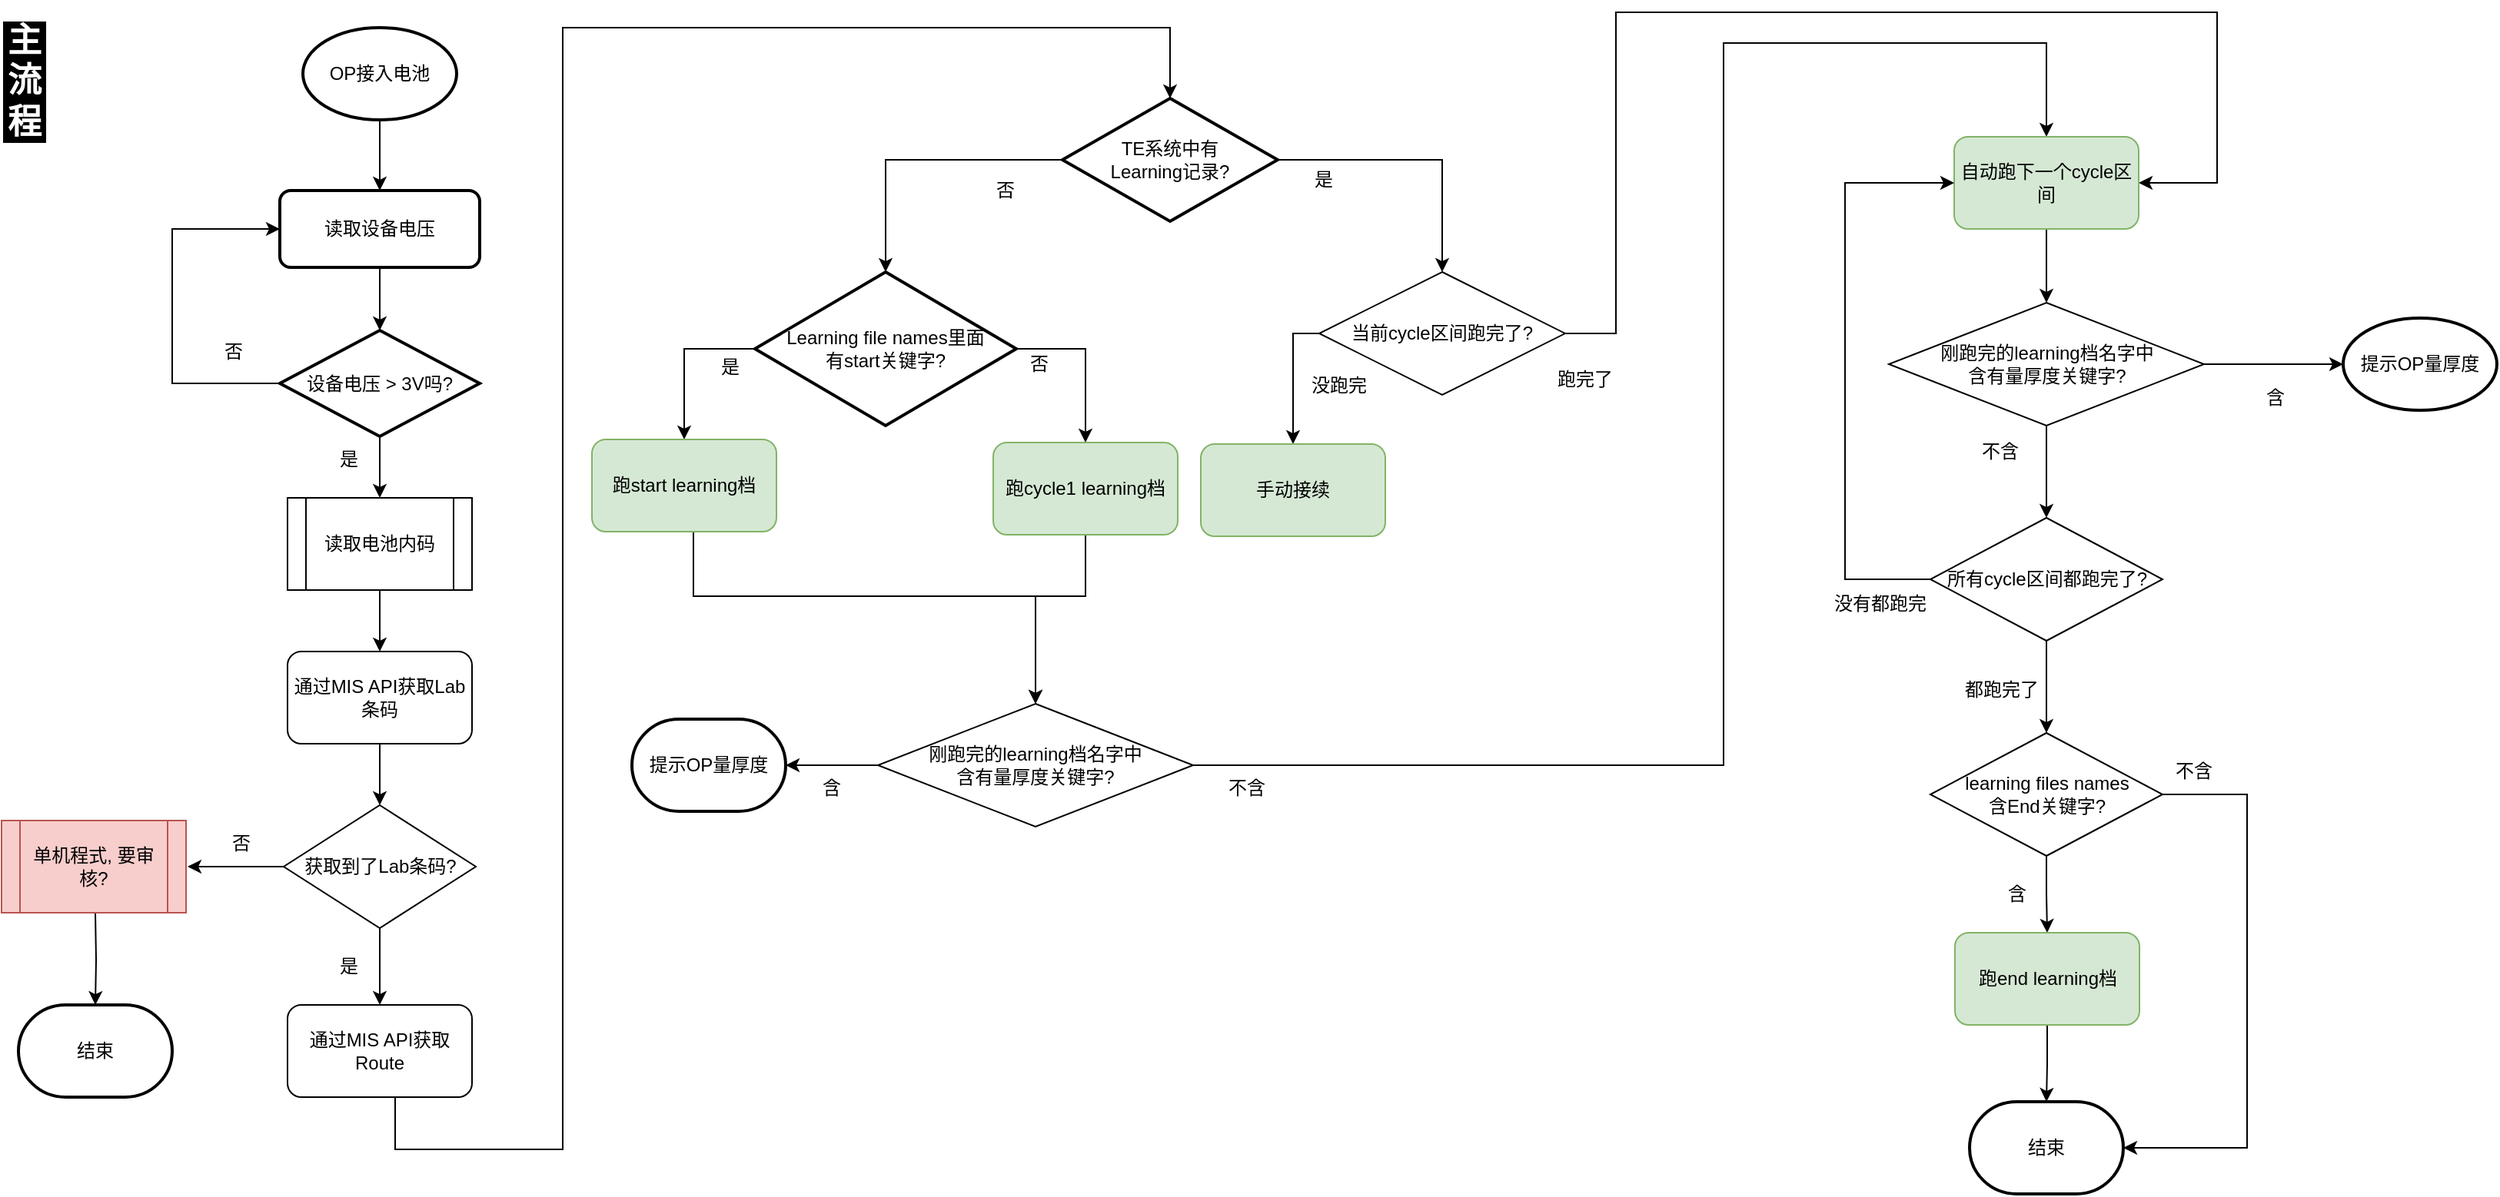
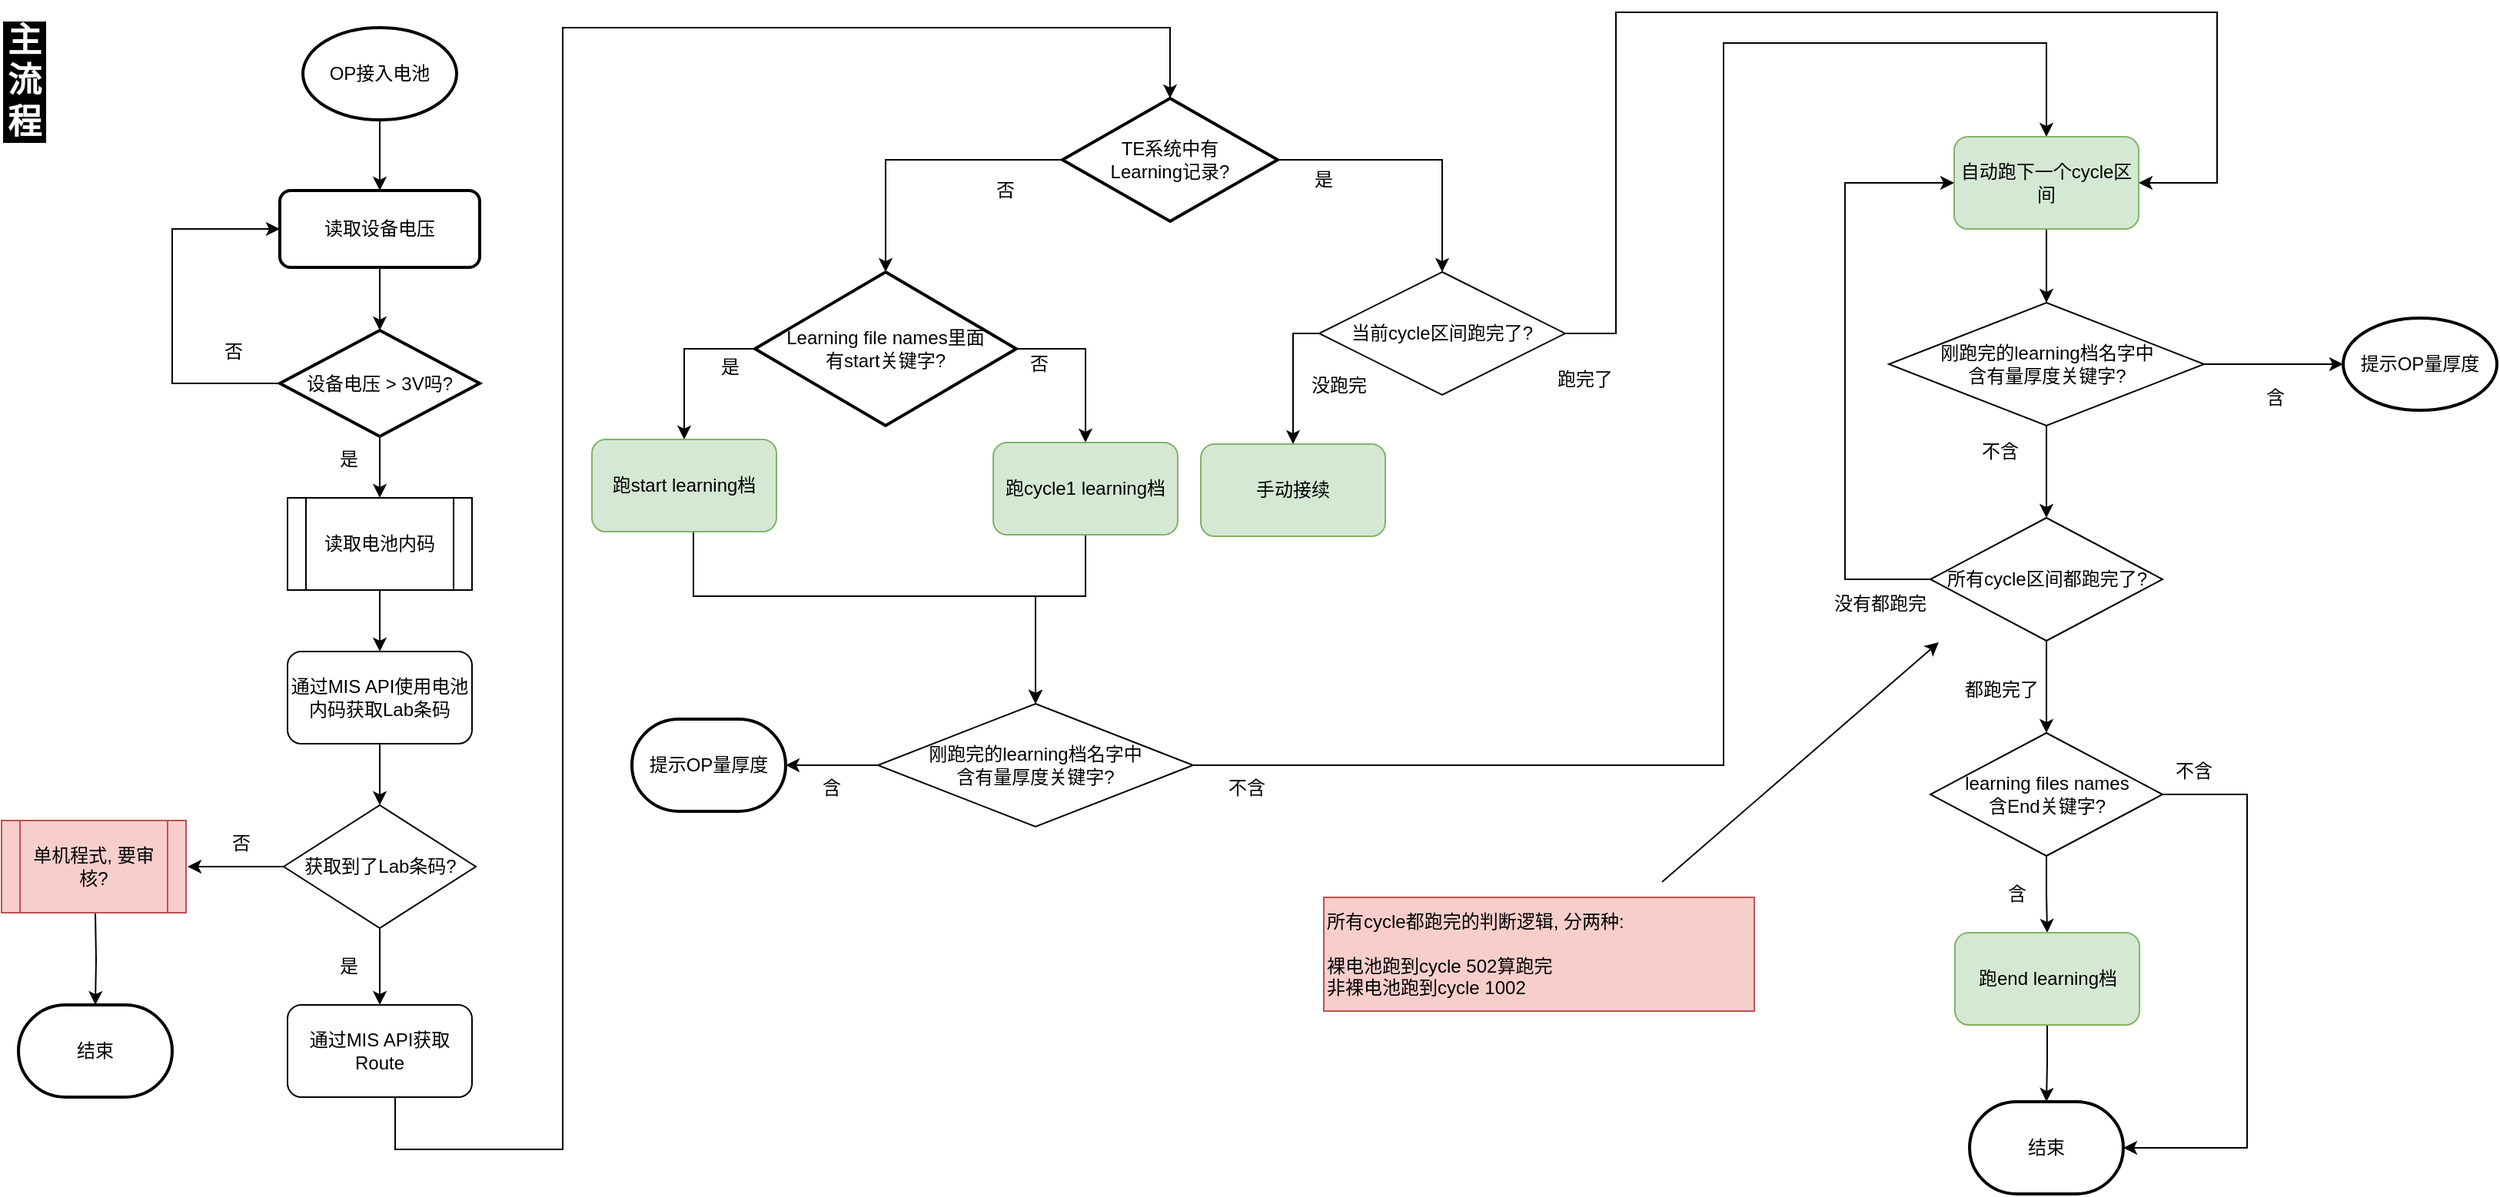
<mxfile host="app.diagrams.net" pages="3">
  <diagram name="主流程" id="3HldnIOuQtLrwHUO-1mN">
    <mxGraphModel dx="1384" dy="813" grid="1" gridSize="10" guides="1" tooltips="1" connect="1" arrows="1" fold="1" page="1" pageScale="1" pageWidth="1654" pageHeight="1169" background="#FFFFFF" math="0" shadow="0">
      <root>
        <mxCell id="0" />
        <mxCell id="1" parent="0" />
        <mxCell id="qRa3hty1LtdxE0hFs_0w-8" edge="1" parent="1" source="qRa3hty1LtdxE0hFs_0w-4" style="edgeStyle=orthogonalEdgeStyle;rounded=0;orthogonalLoop=1;jettySize=auto;html=1;" target="qRa3hty1LtdxE0hFs_0w-6" value="">
          <mxGeometry relative="1" as="geometry" />
        </mxCell>
        <mxCell id="qRa3hty1LtdxE0hFs_0w-4" parent="1" style="strokeWidth=2;html=1;shape=mxgraph.flowchart.start_1;whiteSpace=wrap;" value="OP接入电池" vertex="1">
          <mxGeometry height="60" width="100" x="216" y="20" as="geometry" />
        </mxCell>
        <mxCell id="qRa3hty1LtdxE0hFs_0w-9" edge="1" parent="1" source="qRa3hty1LtdxE0hFs_0w-6" style="edgeStyle=orthogonalEdgeStyle;rounded=0;orthogonalLoop=1;jettySize=auto;html=1;" target="qRa3hty1LtdxE0hFs_0w-7" value="">
          <mxGeometry relative="1" as="geometry" />
        </mxCell>
        <mxCell id="qRa3hty1LtdxE0hFs_0w-6" parent="1" style="rounded=1;whiteSpace=wrap;html=1;absoluteArcSize=1;arcSize=14;strokeWidth=2;" value="读取设备电压" vertex="1">
          <mxGeometry height="50" width="130" x="201" y="126" as="geometry" />
        </mxCell>
        <mxCell id="qRa3hty1LtdxE0hFs_0w-14" edge="1" parent="1" source="qRa3hty1LtdxE0hFs_0w-7" style="edgeStyle=orthogonalEdgeStyle;rounded=0;orthogonalLoop=1;jettySize=auto;html=1;" target="qRa3hty1LtdxE0hFs_0w-13" value="">
          <mxGeometry relative="1" as="geometry" />
        </mxCell>
        <mxCell id="qRa3hty1LtdxE0hFs_0w-25" edge="1" parent="1" source="qRa3hty1LtdxE0hFs_0w-7" style="edgeStyle=orthogonalEdgeStyle;rounded=0;orthogonalLoop=1;jettySize=auto;html=1;entryX=0;entryY=0.5;entryDx=0;entryDy=0;" target="qRa3hty1LtdxE0hFs_0w-6">
          <mxGeometry relative="1" as="geometry">
            <Array as="points">
              <mxPoint x="131" y="252" />
              <mxPoint x="131" y="151" />
            </Array>
            <mxPoint x="411" y="146" as="targetPoint" />
          </mxGeometry>
        </mxCell>
        <mxCell id="qRa3hty1LtdxE0hFs_0w-7" parent="1" style="strokeWidth=2;html=1;shape=mxgraph.flowchart.decision;whiteSpace=wrap;" value="设备电压 &amp;gt; 3V吗?" vertex="1">
          <mxGeometry height="69" width="130" x="201" y="217" as="geometry" />
        </mxCell>
        <mxCell id="qRa3hty1LtdxE0hFs_0w-11" parent="1" style="text;html=1;whiteSpace=wrap;strokeColor=none;fillColor=none;align=center;verticalAlign=middle;rounded=0;" value="&lt;div&gt;否&lt;/div&gt;" vertex="1">
          <mxGeometry height="30" width="60" x="141" y="216" as="geometry" />
        </mxCell>
        <mxCell id="qRa3hty1LtdxE0hFs_0w-12" parent="1" style="text;html=1;whiteSpace=wrap;strokeColor=none;fillColor=none;align=center;verticalAlign=middle;rounded=0;" value="&lt;div&gt;是&lt;/div&gt;" vertex="1">
          <mxGeometry height="30" width="60" x="216" y="286" as="geometry" />
        </mxCell>
        <mxCell id="qRa3hty1LtdxE0hFs_0w-16" edge="1" parent="1" source="qRa3hty1LtdxE0hFs_0w-13" style="edgeStyle=orthogonalEdgeStyle;rounded=0;orthogonalLoop=1;jettySize=auto;html=1;" target="qRa3hty1LtdxE0hFs_0w-15" value="">
          <mxGeometry relative="1" as="geometry" />
        </mxCell>
        <mxCell id="qRa3hty1LtdxE0hFs_0w-13" parent="1" style="shape=process;whiteSpace=wrap;html=1;backgroundOutline=1;" value="读取电池内码" vertex="1">
          <mxGeometry height="60" width="120" x="206" y="326" as="geometry" />
        </mxCell>
        <mxCell id="qRa3hty1LtdxE0hFs_0w-20" edge="1" parent="1" source="qRa3hty1LtdxE0hFs_0w-15" style="edgeStyle=orthogonalEdgeStyle;rounded=0;orthogonalLoop=1;jettySize=auto;html=1;" target="qRa3hty1LtdxE0hFs_0w-19" value="">
          <mxGeometry relative="1" as="geometry" />
        </mxCell>
-         <mxCell id="qRa3hty1LtdxE0hFs_0w-15" parent="1" style="rounded=1;whiteSpace=wrap;html=1;" value="通过MIS API获取Lab条码" vertex="1">
+         <mxCell id="qRa3hty1LtdxE0hFs_0w-15" parent="1" style="rounded=1;whiteSpace=wrap;html=1;" value="通过MIS API使用电池内码获取Lab条码" vertex="1">
          <mxGeometry height="60" width="120" x="206" y="426" as="geometry" />
        </mxCell>
        <mxCell id="qRa3hty1LtdxE0hFs_0w-31" edge="1" parent="1" style="edgeStyle=orthogonalEdgeStyle;rounded=0;orthogonalLoop=1;jettySize=auto;html=1;entryX=0.5;entryY=0;entryDx=0;entryDy=0;entryPerimeter=0;strokeWidth=1;" target="qRa3hty1LtdxE0hFs_0w-30" value="">
          <mxGeometry relative="1" as="geometry">
            <Array as="points">
              <mxPoint x="276" y="750" />
              <mxPoint x="385" y="750" />
              <mxPoint x="385" y="20" />
              <mxPoint x="780" y="20" />
-               <mxPoint x="780" y="59" />
            </Array>
            <mxPoint x="276" y="716" as="sourcePoint" />
            <mxPoint x="793" y="59" as="targetPoint" />
          </mxGeometry>
        </mxCell>
        <mxCell id="qRa3hty1LtdxE0hFs_0w-17" parent="1" style="rounded=1;whiteSpace=wrap;html=1;" value="通过MIS API获取Route" vertex="1">
          <mxGeometry height="60" width="120" x="206" y="656" as="geometry" />
        </mxCell>
        <mxCell id="qRa3hty1LtdxE0hFs_0w-21" edge="1" parent="1" source="qRa3hty1LtdxE0hFs_0w-19" style="edgeStyle=orthogonalEdgeStyle;rounded=0;orthogonalLoop=1;jettySize=auto;html=1;" target="qRa3hty1LtdxE0hFs_0w-17" value="">
          <mxGeometry relative="1" as="geometry" />
        </mxCell>
        <mxCell id="qRa3hty1LtdxE0hFs_0w-27" edge="1" parent="1" source="qRa3hty1LtdxE0hFs_0w-19" style="edgeStyle=orthogonalEdgeStyle;rounded=0;orthogonalLoop=1;jettySize=auto;html=1;" value="">
          <mxGeometry relative="1" as="geometry">
            <mxPoint x="141" y="566" as="targetPoint" />
          </mxGeometry>
        </mxCell>
        <mxCell id="qRa3hty1LtdxE0hFs_0w-19" parent="1" style="rhombus;whiteSpace=wrap;html=1;" value="获取到了Lab条码?" vertex="1">
          <mxGeometry height="80" width="125" x="203.5" y="526" as="geometry" />
        </mxCell>
        <mxCell id="qRa3hty1LtdxE0hFs_0w-22" parent="1" style="text;html=1;whiteSpace=wrap;strokeColor=none;fillColor=none;align=center;verticalAlign=middle;rounded=0;" value="是" vertex="1">
          <mxGeometry height="30" width="60" x="216" y="616" as="geometry" />
        </mxCell>
        <mxCell id="qRa3hty1LtdxE0hFs_0w-29" edge="1" parent="1" style="edgeStyle=orthogonalEdgeStyle;rounded=0;orthogonalLoop=1;jettySize=auto;html=1;" target="qRa3hty1LtdxE0hFs_0w-28" value="">
          <mxGeometry relative="1" as="geometry">
            <mxPoint x="81" y="596" as="sourcePoint" />
          </mxGeometry>
        </mxCell>
        <mxCell id="qRa3hty1LtdxE0hFs_0w-26" parent="1" style="shape=process;whiteSpace=wrap;html=1;backgroundOutline=1;fillColor=#f8cecc;strokeColor=#b85450;" value="单机程式, 要审核?" vertex="1">
          <mxGeometry height="60" width="120" x="20" y="536" as="geometry" />
        </mxCell>
        <mxCell id="qRa3hty1LtdxE0hFs_0w-28" parent="1" style="strokeWidth=2;html=1;shape=mxgraph.flowchart.terminator;whiteSpace=wrap;" value="结束" vertex="1">
          <mxGeometry height="60" width="100" x="31" y="656" as="geometry" />
        </mxCell>
        <mxCell id="qRa3hty1LtdxE0hFs_0w-34" edge="1" parent="1" source="qRa3hty1LtdxE0hFs_0w-30" style="edgeStyle=orthogonalEdgeStyle;rounded=0;orthogonalLoop=1;jettySize=auto;html=1;exitX=0;exitY=0.5;exitDx=0;exitDy=0;exitPerimeter=0;" target="qRa3hty1LtdxE0hFs_0w-33" value="">
          <mxGeometry relative="1" as="geometry">
            <mxPoint x="595" y="129" as="sourcePoint" />
          </mxGeometry>
        </mxCell>
        <mxCell id="qRa3hty1LtdxE0hFs_0w-38" edge="1" parent="1" source="qRa3hty1LtdxE0hFs_0w-30" style="edgeStyle=orthogonalEdgeStyle;rounded=0;orthogonalLoop=1;jettySize=auto;html=1;" target="qRa3hty1LtdxE0hFs_0w-37" value="">
          <mxGeometry relative="1" as="geometry" />
        </mxCell>
        <mxCell id="qRa3hty1LtdxE0hFs_0w-30" parent="1" style="strokeWidth=2;html=1;shape=mxgraph.flowchart.decision;whiteSpace=wrap;" value="&lt;div&gt;TE系统中有&lt;/div&gt;&lt;div&gt;Learning记录?&lt;/div&gt;" vertex="1">
          <mxGeometry height="80" width="140" x="710" y="66" as="geometry" />
        </mxCell>
        <mxCell id="qRa3hty1LtdxE0hFs_0w-67" edge="1" parent="1" source="qRa3hty1LtdxE0hFs_0w-33" style="edgeStyle=orthogonalEdgeStyle;rounded=0;orthogonalLoop=1;jettySize=auto;html=1;entryX=0.5;entryY=0;entryDx=0;entryDy=0;exitX=1;exitY=0.5;exitDx=0;exitDy=0;exitPerimeter=0;" target="qRa3hty1LtdxE0hFs_0w-66">
          <mxGeometry relative="1" as="geometry" />
        </mxCell>
        <mxCell id="PsBZDfwHha2lWDHOalyY-45" edge="1" parent="1" source="qRa3hty1LtdxE0hFs_0w-33" style="edgeStyle=orthogonalEdgeStyle;rounded=0;orthogonalLoop=1;jettySize=auto;html=1;entryX=0.5;entryY=0;entryDx=0;entryDy=0;" target="qRa3hty1LtdxE0hFs_0w-44">
          <mxGeometry relative="1" as="geometry">
            <Array as="points">
              <mxPoint x="464" y="229" />
            </Array>
          </mxGeometry>
        </mxCell>
        <mxCell id="qRa3hty1LtdxE0hFs_0w-33" parent="1" style="strokeWidth=2;html=1;shape=mxgraph.flowchart.decision;whiteSpace=wrap;" value="&lt;div&gt;Learning file names里面&lt;/div&gt;&lt;div&gt;有start关键字?&lt;/div&gt;" vertex="1">
          <mxGeometry height="100" width="170" x="510" y="179" as="geometry" />
        </mxCell>
        <mxCell id="qRa3hty1LtdxE0hFs_0w-35" parent="1" style="text;html=1;whiteSpace=wrap;strokeColor=none;fillColor=none;align=center;verticalAlign=middle;rounded=0;" value="否" vertex="1">
          <mxGeometry height="30" width="60" x="642.5" y="111" as="geometry" />
        </mxCell>
        <mxCell id="qRa3hty1LtdxE0hFs_0w-36" parent="1" style="text;html=1;whiteSpace=wrap;strokeColor=none;fillColor=none;align=center;verticalAlign=middle;rounded=0;" value="是" vertex="1">
          <mxGeometry height="30" width="60" x="850" y="104" as="geometry" />
        </mxCell>
        <mxCell id="qRa3hty1LtdxE0hFs_0w-40" edge="1" parent="1" source="qRa3hty1LtdxE0hFs_0w-37" style="edgeStyle=orthogonalEdgeStyle;rounded=0;orthogonalLoop=1;jettySize=auto;html=1;" target="qRa3hty1LtdxE0hFs_0w-39" value="">
          <mxGeometry relative="1" as="geometry">
            <Array as="points">
              <mxPoint x="860" y="219" />
            </Array>
          </mxGeometry>
        </mxCell>
        <mxCell id="PsBZDfwHha2lWDHOalyY-44" edge="1" parent="1" source="qRa3hty1LtdxE0hFs_0w-37" style="edgeStyle=orthogonalEdgeStyle;rounded=0;orthogonalLoop=1;jettySize=auto;html=1;entryX=1;entryY=0.5;entryDx=0;entryDy=0;" target="qRa3hty1LtdxE0hFs_0w-55">
          <mxGeometry relative="1" as="geometry">
            <Array as="points">
              <mxPoint x="1070" y="219" />
              <mxPoint x="1070" y="10" />
              <mxPoint x="1461" y="10" />
              <mxPoint x="1461" y="121" />
            </Array>
          </mxGeometry>
        </mxCell>
        <mxCell id="qRa3hty1LtdxE0hFs_0w-37" parent="1" style="rhombus;whiteSpace=wrap;html=1;" value="当前cycle区间跑完了?" vertex="1">
          <mxGeometry height="80" width="160" x="877" y="179" as="geometry" />
        </mxCell>
        <mxCell id="qRa3hty1LtdxE0hFs_0w-39" parent="1" style="rounded=1;whiteSpace=wrap;html=1;fillColor=#d5e8d4;strokeColor=#82b366;" value="手动接续" vertex="1">
          <mxGeometry height="60" width="120" x="800" y="291" as="geometry" />
        </mxCell>
        <mxCell id="qRa3hty1LtdxE0hFs_0w-41" parent="1" style="text;html=1;whiteSpace=wrap;strokeColor=none;fillColor=none;align=center;verticalAlign=middle;rounded=0;" value="没跑完" vertex="1">
          <mxGeometry height="30" width="60" x="860" y="238" as="geometry" />
        </mxCell>
        <mxCell id="qRa3hty1LtdxE0hFs_0w-71" edge="1" parent="1" source="qRa3hty1LtdxE0hFs_0w-44" style="edgeStyle=orthogonalEdgeStyle;rounded=0;orthogonalLoop=1;jettySize=auto;html=1;entryX=0.5;entryY=0;entryDx=0;entryDy=0;exitX=0.5;exitY=1;exitDx=0;exitDy=0;" target="qRa3hty1LtdxE0hFs_0w-49">
          <mxGeometry relative="1" as="geometry">
            <Array as="points">
              <mxPoint x="470" y="390" />
              <mxPoint x="692" y="390" />
            </Array>
          </mxGeometry>
        </mxCell>
        <mxCell id="qRa3hty1LtdxE0hFs_0w-44" parent="1" style="rounded=1;whiteSpace=wrap;html=1;fillColor=#d5e8d4;strokeColor=#82b366;" value="跑start learning档" vertex="1">
          <mxGeometry height="60" width="120" x="404" y="288" as="geometry" />
        </mxCell>
        <mxCell id="qRa3hty1LtdxE0hFs_0w-46" parent="1" style="text;html=1;whiteSpace=wrap;strokeColor=none;fillColor=none;align=center;verticalAlign=middle;rounded=0;" value="是" vertex="1">
          <mxGeometry height="30" width="60" x="464" y="226" as="geometry" />
        </mxCell>
        <mxCell id="qRa3hty1LtdxE0hFs_0w-129" edge="1" parent="1" source="qRa3hty1LtdxE0hFs_0w-49" style="edgeStyle=orthogonalEdgeStyle;rounded=0;orthogonalLoop=1;jettySize=auto;html=1;entryX=0.5;entryY=0;entryDx=0;entryDy=0;strokeWidth=1;exitX=1;exitY=0.5;exitDx=0;exitDy=0;" target="qRa3hty1LtdxE0hFs_0w-55">
          <mxGeometry relative="1" as="geometry">
            <Array as="points">
              <mxPoint x="1140" y="500" />
              <mxPoint x="1140" y="30" />
              <mxPoint x="1350" y="30" />
            </Array>
            <mxPoint x="800" y="500" as="sourcePoint" />
          </mxGeometry>
        </mxCell>
        <mxCell id="PsBZDfwHha2lWDHOalyY-38" edge="1" parent="1" source="qRa3hty1LtdxE0hFs_0w-49" style="edgeStyle=orthogonalEdgeStyle;rounded=0;orthogonalLoop=1;jettySize=auto;html=1;" target="PsBZDfwHha2lWDHOalyY-37" value="">
          <mxGeometry relative="1" as="geometry" />
        </mxCell>
        <mxCell id="qRa3hty1LtdxE0hFs_0w-49" parent="1" style="rhombus;whiteSpace=wrap;html=1;" value="&lt;div&gt;刚跑完的learning档名字中&lt;/div&gt;&lt;div&gt;含有量厚度关键字?&lt;/div&gt;" vertex="1">
          <mxGeometry height="80" width="205" x="590" y="460" as="geometry" />
        </mxCell>
        <mxCell id="qRa3hty1LtdxE0hFs_0w-53" parent="1" style="text;html=1;whiteSpace=wrap;strokeColor=none;fillColor=none;align=center;verticalAlign=middle;rounded=0;" value="&lt;div&gt;含&lt;/div&gt;" vertex="1">
          <mxGeometry height="30" width="60" x="530" y="500" as="geometry" />
        </mxCell>
        <mxCell id="qRa3hty1LtdxE0hFs_0w-130" edge="1" parent="1" source="qRa3hty1LtdxE0hFs_0w-55" style="edgeStyle=orthogonalEdgeStyle;rounded=0;orthogonalLoop=1;jettySize=auto;html=1;" target="qRa3hty1LtdxE0hFs_0w-88" value="">
          <mxGeometry relative="1" as="geometry" />
        </mxCell>
        <mxCell id="qRa3hty1LtdxE0hFs_0w-55" parent="1" style="rounded=1;whiteSpace=wrap;html=1;fillColor=#d5e8d4;strokeColor=#82b366;" value="自动跑下一个cycle区间" vertex="1">
          <mxGeometry height="60" width="120" x="1290" y="91" as="geometry" />
        </mxCell>
        <mxCell id="qRa3hty1LtdxE0hFs_0w-57" parent="1" style="text;html=1;whiteSpace=wrap;strokeColor=none;fillColor=none;align=center;verticalAlign=middle;rounded=0;" value="否" vertex="1">
          <mxGeometry height="30" width="60" x="146" y="536" as="geometry" />
        </mxCell>
        <mxCell id="qRa3hty1LtdxE0hFs_0w-58" parent="1" style="text;html=1;whiteSpace=wrap;strokeColor=none;fillColor=none;align=center;verticalAlign=middle;rounded=0;" value="跑完了" vertex="1">
          <mxGeometry height="30" width="60" x="1020" y="233.5" as="geometry" />
        </mxCell>
        <mxCell id="qRa3hty1LtdxE0hFs_0w-73" edge="1" parent="1" source="qRa3hty1LtdxE0hFs_0w-66" style="edgeStyle=orthogonalEdgeStyle;rounded=0;orthogonalLoop=1;jettySize=auto;html=1;entryX=0.5;entryY=0;entryDx=0;entryDy=0;exitX=0.5;exitY=1;exitDx=0;exitDy=0;" target="qRa3hty1LtdxE0hFs_0w-49">
          <mxGeometry relative="1" as="geometry">
            <Array as="points">
              <mxPoint x="725" y="390" />
              <mxPoint x="692" y="390" />
            </Array>
          </mxGeometry>
        </mxCell>
        <mxCell id="qRa3hty1LtdxE0hFs_0w-66" parent="1" style="rounded=1;whiteSpace=wrap;html=1;fillColor=#d5e8d4;strokeColor=#82b366;" value="跑cycle1 learning档" vertex="1">
          <mxGeometry height="60" width="120" x="665" y="290" as="geometry" />
        </mxCell>
        <mxCell id="qRa3hty1LtdxE0hFs_0w-68" parent="1" style="text;html=1;whiteSpace=wrap;strokeColor=none;fillColor=none;align=center;verticalAlign=middle;rounded=0;" value="否" vertex="1">
          <mxGeometry height="30" width="60" x="665" y="224" as="geometry" />
        </mxCell>
        <mxCell id="qRa3hty1LtdxE0hFs_0w-75" parent="1" style="text;html=1;whiteSpace=wrap;strokeColor=none;fillColor=none;align=center;verticalAlign=middle;rounded=0;" value="不含" vertex="1">
          <mxGeometry height="30" width="60" x="800" y="500" as="geometry" />
        </mxCell>
        <mxCell id="qRa3hty1LtdxE0hFs_0w-134" edge="1" parent="1" source="qRa3hty1LtdxE0hFs_0w-88" style="edgeStyle=orthogonalEdgeStyle;rounded=0;orthogonalLoop=1;jettySize=auto;html=1;" target="qRa3hty1LtdxE0hFs_0w-107" value="">
          <mxGeometry relative="1" as="geometry" />
        </mxCell>
        <mxCell id="PsBZDfwHha2lWDHOalyY-47" edge="1" parent="1" source="qRa3hty1LtdxE0hFs_0w-88" style="edgeStyle=orthogonalEdgeStyle;rounded=0;orthogonalLoop=1;jettySize=auto;html=1;" target="qRa3hty1LtdxE0hFs_0w-103" value="">
          <mxGeometry relative="1" as="geometry" />
        </mxCell>
        <mxCell id="qRa3hty1LtdxE0hFs_0w-88" parent="1" style="rhombus;whiteSpace=wrap;html=1;" value="&lt;div&gt;刚跑完的learning档名字中&lt;/div&gt;&lt;div&gt;含有量厚度关键字?&lt;/div&gt;" vertex="1">
          <mxGeometry height="80" width="205" x="1247.5" y="199" as="geometry" />
        </mxCell>
        <mxCell id="qRa3hty1LtdxE0hFs_0w-93" parent="1" style="text;html=1;whiteSpace=wrap;strokeColor=none;fillColor=none;align=center;verticalAlign=middle;rounded=0;" value="含" vertex="1">
          <mxGeometry height="30" width="60" x="1469" y="246" as="geometry" />
        </mxCell>
        <mxCell id="qRa3hty1LtdxE0hFs_0w-95" parent="1" style="text;html=1;whiteSpace=wrap;strokeColor=none;fillColor=none;align=center;verticalAlign=middle;rounded=0;" value="不含" vertex="1">
          <mxGeometry height="30" width="60" x="1290" y="281" as="geometry" />
        </mxCell>
        <mxCell id="qRa3hty1LtdxE0hFs_0w-103" parent="1" style="strokeWidth=2;html=1;shape=mxgraph.flowchart.start_1;whiteSpace=wrap;" value="&lt;div&gt;提示OP量厚度&lt;/div&gt;" vertex="1">
          <mxGeometry height="60" width="100" x="1543" y="209" as="geometry" />
        </mxCell>
        <mxCell id="qRa3hty1LtdxE0hFs_0w-118" edge="1" parent="1" source="qRa3hty1LtdxE0hFs_0w-107" style="edgeStyle=orthogonalEdgeStyle;rounded=0;orthogonalLoop=1;jettySize=auto;html=1;" target="qRa3hty1LtdxE0hFs_0w-117" value="">
          <mxGeometry relative="1" as="geometry" />
        </mxCell>
        <mxCell id="PsBZDfwHha2lWDHOalyY-42" edge="1" parent="1" source="qRa3hty1LtdxE0hFs_0w-107" style="edgeStyle=orthogonalEdgeStyle;rounded=0;orthogonalLoop=1;jettySize=auto;html=1;entryX=0;entryY=0.5;entryDx=0;entryDy=0;" target="qRa3hty1LtdxE0hFs_0w-55">
          <mxGeometry relative="1" as="geometry">
            <Array as="points">
              <mxPoint x="1219" y="379" />
              <mxPoint x="1219" y="121" />
            </Array>
          </mxGeometry>
        </mxCell>
        <mxCell id="qRa3hty1LtdxE0hFs_0w-107" parent="1" style="rhombus;whiteSpace=wrap;html=1;" value="所有cycle区间都跑完了?" vertex="1">
          <mxGeometry height="80" width="151" x="1274.5" y="339" as="geometry" />
        </mxCell>
        <mxCell id="qRa3hty1LtdxE0hFs_0w-111" parent="1" style="text;html=1;whiteSpace=wrap;strokeColor=none;fillColor=none;align=center;verticalAlign=middle;rounded=0;" value="没有都跑完" vertex="1">
          <mxGeometry height="30" width="65.5" x="1209" y="380" as="geometry" />
        </mxCell>
        <mxCell id="qRa3hty1LtdxE0hFs_0w-112" parent="1" style="strokeWidth=2;html=1;shape=mxgraph.flowchart.terminator;whiteSpace=wrap;" value="结束" vertex="1">
          <mxGeometry height="60" width="100" x="1300" y="719" as="geometry" />
        </mxCell>
        <mxCell id="qRa3hty1LtdxE0hFs_0w-114" parent="1" style="text;html=1;whiteSpace=wrap;strokeColor=none;fillColor=none;align=center;verticalAlign=middle;rounded=0;" value="都跑完了" vertex="1">
          <mxGeometry height="30" width="60" x="1291" y="436" as="geometry" />
        </mxCell>
        <mxCell id="qRa3hty1LtdxE0hFs_0w-122" edge="1" parent="1" source="qRa3hty1LtdxE0hFs_0w-117" style="edgeStyle=orthogonalEdgeStyle;rounded=0;orthogonalLoop=1;jettySize=auto;html=1;" target="qRa3hty1LtdxE0hFs_0w-120" value="">
          <mxGeometry relative="1" as="geometry" />
        </mxCell>
        <mxCell id="qRa3hty1LtdxE0hFs_0w-117" parent="1" style="rhombus;whiteSpace=wrap;html=1;" value="&lt;div&gt;learning files names&lt;/div&gt;&lt;div&gt;含End关键字?&lt;/div&gt;" vertex="1">
          <mxGeometry height="80" width="151" x="1274.5" y="479" as="geometry" />
        </mxCell>
        <mxCell id="qRa3hty1LtdxE0hFs_0w-121" edge="1" parent="1" source="qRa3hty1LtdxE0hFs_0w-120" style="edgeStyle=orthogonalEdgeStyle;rounded=0;orthogonalLoop=1;jettySize=auto;html=1;" target="qRa3hty1LtdxE0hFs_0w-112" value="">
          <mxGeometry relative="1" as="geometry" />
        </mxCell>
        <mxCell id="qRa3hty1LtdxE0hFs_0w-120" parent="1" style="rounded=1;whiteSpace=wrap;html=1;fillColor=#d5e8d4;strokeColor=#82b366;" value="跑end learning档" vertex="1">
          <mxGeometry height="60" width="120" x="1290.5" y="609" as="geometry" />
        </mxCell>
        <mxCell id="qRa3hty1LtdxE0hFs_0w-123" parent="1" style="text;html=1;whiteSpace=wrap;strokeColor=none;fillColor=none;align=center;verticalAlign=middle;rounded=0;" value="含" vertex="1">
          <mxGeometry height="30" width="60" x="1300.5" y="569" as="geometry" />
        </mxCell>
        <mxCell id="qRa3hty1LtdxE0hFs_0w-124" edge="1" parent="1" source="qRa3hty1LtdxE0hFs_0w-117" style="edgeStyle=orthogonalEdgeStyle;rounded=0;orthogonalLoop=1;jettySize=auto;html=1;entryX=1;entryY=0.5;entryDx=0;entryDy=0;entryPerimeter=0;" target="qRa3hty1LtdxE0hFs_0w-112">
          <mxGeometry relative="1" as="geometry">
            <Array as="points">
              <mxPoint x="1480.5" y="519" />
              <mxPoint x="1480.5" y="749" />
            </Array>
          </mxGeometry>
        </mxCell>
        <mxCell id="qRa3hty1LtdxE0hFs_0w-125" parent="1" style="text;html=1;whiteSpace=wrap;strokeColor=none;fillColor=none;align=center;verticalAlign=middle;rounded=0;" value="不含" vertex="1">
          <mxGeometry height="30" width="60" x="1415.5" y="489" as="geometry" />
        </mxCell>
        <mxCell id="PsBZDfwHha2lWDHOalyY-36" parent="1" style="text;html=1;whiteSpace=wrap;strokeColor=none;fillColor=none;align=center;verticalAlign=middle;rounded=0;fontStyle=1;fontSize=22;fontColor=light-dark(#ffffff, #ededed);strokeWidth=3;labelBackgroundColor=#000000;" value="主流程" vertex="1">
          <mxGeometry height="30" width="30" x="20" y="40" as="geometry" />
        </mxCell>
        <mxCell id="PsBZDfwHha2lWDHOalyY-37" parent="1" style="strokeWidth=2;html=1;shape=mxgraph.flowchart.terminator;whiteSpace=wrap;" value="提示OP量厚度" vertex="1">
          <mxGeometry height="60" width="100" x="430" y="470" as="geometry" />
        </mxCell>
+         <mxCell id="2eUiavWlrehDWLgpTi0H-1" parent="1" style="text;html=1;whiteSpace=wrap;strokeColor=#b85450;fillColor=#f8cecc;align=left;verticalAlign=middle;rounded=0;" value="&lt;div&gt;所有cycle都跑完的判断逻辑, 分两种:&lt;/div&gt;&lt;div&gt;&lt;br&gt;&lt;/div&gt;&lt;div&gt;裸电池跑到cycle 502算跑完&lt;/div&gt;&lt;div&gt;非裸电池跑到cycle 1002&lt;/div&gt;" vertex="1">
+           <mxGeometry height="74" width="280" x="880" y="586" as="geometry" />
+         </mxCell>
+         <mxCell id="2eUiavWlrehDWLgpTi0H-2" edge="1" parent="1" style="endArrow=classic;html=1;rounded=0;" value="">
+           <mxGeometry height="50" relative="1" width="50" as="geometry">
+             <mxPoint x="1100" y="576" as="sourcePoint" />
+             <mxPoint x="1280" y="420" as="targetPoint" />
+           </mxGeometry>
+         </mxCell>
      </root>
    </mxGraphModel>
  </diagram>
  <diagram name="读电池内码" id="XtggNMIghFGsVJKhnkbQ">
-     <mxGraphModel dx="1384" dy="813" grid="1" gridSize="10" guides="1" tooltips="1" connect="1" arrows="1" fold="1" page="1" pageScale="1" pageWidth="1169" pageHeight="827" background="#FFFFFF" math="0" shadow="0">
+     <mxGraphModel grid="1" page="1" gridSize="10" guides="1" tooltips="1" connect="1" arrows="1" fold="1" pageScale="1" pageWidth="1169" pageHeight="827" background="#FFFFFF" math="0" shadow="0">
      <root>
        <mxCell id="9dQc-XGaAXm8AKphA9NF-0" />
        <mxCell id="9dQc-XGaAXm8AKphA9NF-1" parent="9dQc-XGaAXm8AKphA9NF-0" />
        <mxCell id="9dQc-XGaAXm8AKphA9NF-71" edge="1" parent="9dQc-XGaAXm8AKphA9NF-1" source="9dQc-XGaAXm8AKphA9NF-72" style="edgeStyle=orthogonalEdgeStyle;rounded=0;orthogonalLoop=1;jettySize=auto;html=1;" target="9dQc-XGaAXm8AKphA9NF-76" value="">
          <mxGeometry relative="1" as="geometry" />
        </mxCell>
        <mxCell id="9dQc-XGaAXm8AKphA9NF-72" parent="9dQc-XGaAXm8AKphA9NF-1" style="strokeWidth=2;html=1;shape=mxgraph.flowchart.start_1;whiteSpace=wrap;" value="接入电池" vertex="1">
          <mxGeometry height="60" width="100" x="165" y="20" as="geometry" />
        </mxCell>
        <mxCell id="9dQc-XGaAXm8AKphA9NF-73" parent="9dQc-XGaAXm8AKphA9NF-1" style="text;html=1;whiteSpace=wrap;strokeColor=none;fillColor=none;align=center;verticalAlign=middle;rounded=0;fontStyle=1;strokeWidth=3;labelBackgroundColor=light-dark(#400040, #ededed);fontColor=light-dark(#ffffff, #ededed);fontSize=22;" value="读电池内码流程" vertex="1">
          <mxGeometry height="30" width="30" x="5" y="80" as="geometry" />
        </mxCell>
        <mxCell id="9dQc-XGaAXm8AKphA9NF-74" parent="9dQc-XGaAXm8AKphA9NF-1" style="text;html=1;whiteSpace=wrap;strokeColor=#d79b00;fillColor=#ffe6cc;align=left;verticalAlign=top;rounded=0;fontSize=14;labelBackgroundColor=none;" value="&lt;div&gt;&lt;b&gt;[ 0x21命令 ]&lt;/b&gt;&lt;/div&gt;&lt;div&gt;&lt;b&gt;IC Type&lt;span style=&quot;white-space: pre;&quot;&gt;&#x9;&lt;/span&gt;&lt;span style=&quot;white-space: pre;&quot;&gt;&#x9;&lt;/span&gt;SN Command&lt;span style=&quot;white-space: pre;&quot;&gt;&#x9;Device name command&lt;/span&gt;&lt;/b&gt;&lt;/div&gt;&lt;div&gt;Volchok&lt;span style=&quot;white-space: pre;&quot;&gt;&#x9;&lt;/span&gt;&lt;span style=&quot;white-space: pre;&quot;&gt;&#x9;&lt;/span&gt;block 0x91&lt;span style=&quot;white-space: pre;&quot;&gt;&#x9;&lt;/span&gt;&lt;span style=&quot;white-space: pre;&quot;&gt;&#x9;0x21返回&lt;/span&gt;Volchok&lt;/div&gt;&lt;div&gt;Veridian&lt;span style=&quot;white-space: pre;&quot;&gt;&lt;span style=&quot;white-space: pre;&quot;&gt;&#x9;&lt;/span&gt;&lt;span style=&quot;white-space: pre;&quot;&gt;&#x9;&lt;/span&gt;block 0x91&#x9;&lt;span style=&quot;white-space: pre;&quot;&gt;&#x9;&lt;/span&gt;0x21返回Veridian&lt;/span&gt;&lt;/div&gt;&lt;div&gt;BQ40Z651&lt;span style=&quot;white-space: pre;&quot;&gt;&#x9;block 0x76&lt;/span&gt;&lt;span style=&quot;white-space: pre;&quot;&gt;&#x9;&lt;span style=&quot;white-space: pre;&quot;&gt;&#x9;0x21返回&lt;/span&gt;????&lt;span style=&quot;white-space: pre;&quot;&gt;&#x9;&lt;/span&gt;&lt;span style=&quot;white-space: pre;&quot;&gt;&#x9;&lt;/span&gt;&lt;/span&gt;&lt;span style=&quot;white-space: pre;&quot;&gt;&lt;span style=&quot;white-space: pre;&quot;&gt;&lt;/span&gt;&lt;span style=&quot;white-space: pre;&quot;&gt;&#x9;&lt;/span&gt;锁码可以读device name&lt;/span&gt;&lt;/div&gt;&lt;div&gt;&lt;span style=&quot;white-space: pre;&quot;&gt;BQ20Z451&lt;span style=&quot;white-space: pre;&quot;&gt;&#x9;&lt;/span&gt;block 0x76&lt;span style=&quot;white-space: pre;&quot;&gt;&#x9;&lt;span style=&quot;white-space: pre;&quot;&gt;&#x9;&lt;/span&gt;0x21返回???&lt;span style=&quot;white-space: pre;&quot;&gt;&#x9;&lt;/span&gt;&lt;span style=&quot;white-space: pre;&quot;&gt;&#x9;&lt;/span&gt;&lt;span style=&quot;white-space: pre;&quot;&gt;&#x9;&lt;/span&gt;&lt;/span&gt;&lt;/span&gt;&lt;span style=&quot;white-space: pre;&quot;&gt;&lt;span style=&quot;white-space: pre;&quot;&gt;&lt;/span&gt;&lt;span style=&quot;white-space: pre;&quot;&gt;&#x9;&lt;/span&gt;锁码可以读device name&lt;/span&gt;&lt;/div&gt;&lt;div&gt;&lt;br&gt;&lt;/div&gt;&lt;div&gt;&lt;b&gt;[ 00 -&amp;gt; 0x0001 ]&lt;/b&gt;&lt;/div&gt;&lt;div&gt;bq27546&lt;span style=&quot;white-space: pre;&quot;&gt;&#x9;&lt;/span&gt;&lt;span style=&quot;white-space: pre;&quot;&gt;&#x9;Block B&lt;span style=&quot;white-space: pre;&quot;&gt;&#x9;&lt;/span&gt;&lt;span style=&quot;white-space: pre;&quot;&gt;&#x9;&lt;/span&gt;&lt;span style=&quot;white-space: pre;&quot;&gt;&#x9;&lt;/span&gt;0x00 0001返回0x0546&lt;span style=&quot;white-space: pre;&quot;&gt;&#x9;&lt;/span&gt;&lt;span style=&quot;white-space: pre;&quot;&gt;&#x9;&lt;/span&gt;锁码可以读device name&lt;/span&gt;&lt;/div&gt;&lt;div&gt;&lt;br&gt;&lt;/div&gt;" vertex="1">
          <mxGeometry height="174.5" width="570" x="500" y="20" as="geometry" />
        </mxCell>
        <mxCell id="9dQc-XGaAXm8AKphA9NF-75" edge="1" parent="9dQc-XGaAXm8AKphA9NF-1" source="9dQc-XGaAXm8AKphA9NF-76" style="edgeStyle=orthogonalEdgeStyle;rounded=0;orthogonalLoop=1;jettySize=auto;html=1;" target="9dQc-XGaAXm8AKphA9NF-79" value="">
          <mxGeometry relative="1" as="geometry" />
        </mxCell>
        <mxCell id="9dQc-XGaAXm8AKphA9NF-76" parent="9dQc-XGaAXm8AKphA9NF-1" style="rounded=1;whiteSpace=wrap;html=1;" value="读Block 0x21" vertex="1">
          <mxGeometry height="60" width="120" x="155" y="135" as="geometry" />
        </mxCell>
        <mxCell id="9dQc-XGaAXm8AKphA9NF-77" edge="1" parent="9dQc-XGaAXm8AKphA9NF-1" source="9dQc-XGaAXm8AKphA9NF-79" style="edgeStyle=orthogonalEdgeStyle;rounded=0;orthogonalLoop=1;jettySize=auto;html=1;" target="9dQc-XGaAXm8AKphA9NF-84" value="">
          <mxGeometry relative="1" as="geometry" />
        </mxCell>
        <mxCell id="9dQc-XGaAXm8AKphA9NF-78" edge="1" parent="9dQc-XGaAXm8AKphA9NF-1" source="9dQc-XGaAXm8AKphA9NF-79" style="edgeStyle=orthogonalEdgeStyle;rounded=0;orthogonalLoop=1;jettySize=auto;html=1;entryX=0.5;entryY=0;entryDx=0;entryDy=0;" target="9dQc-XGaAXm8AKphA9NF-80">
          <mxGeometry relative="1" as="geometry">
            <Array as="points">
              <mxPoint x="95" y="290" />
            </Array>
          </mxGeometry>
        </mxCell>
        <mxCell id="9dQc-XGaAXm8AKphA9NF-79" parent="9dQc-XGaAXm8AKphA9NF-1" style="rhombus;whiteSpace=wrap;html=1;" value="&lt;div&gt;返回&quot;Volchok&quot;&lt;/div&gt;&lt;div&gt;或&quot;Veridian&quot;?&lt;/div&gt;" vertex="1">
          <mxGeometry height="80" width="120" x="155" y="250" as="geometry" />
        </mxCell>
        <mxCell id="9dQc-XGaAXm8AKphA9NF-80" parent="9dQc-XGaAXm8AKphA9NF-1" style="rounded=1;whiteSpace=wrap;html=1;" value="读block 0x91" vertex="1">
          <mxGeometry height="60" width="120" x="35" y="359" as="geometry" />
        </mxCell>
        <mxCell id="9dQc-XGaAXm8AKphA9NF-81" parent="9dQc-XGaAXm8AKphA9NF-1" style="text;html=1;whiteSpace=wrap;strokeColor=none;fillColor=none;align=center;verticalAlign=middle;rounded=0;" value="是" vertex="1">
          <mxGeometry height="30" width="60" x="95" y="259" as="geometry" />
        </mxCell>
        <mxCell id="9dQc-XGaAXm8AKphA9NF-82" edge="1" parent="9dQc-XGaAXm8AKphA9NF-1" source="9dQc-XGaAXm8AKphA9NF-84" style="edgeStyle=orthogonalEdgeStyle;rounded=0;orthogonalLoop=1;jettySize=auto;html=1;" target="9dQc-XGaAXm8AKphA9NF-85" value="">
          <mxGeometry relative="1" as="geometry" />
        </mxCell>
        <mxCell id="9dQc-XGaAXm8AKphA9NF-83" edge="1" parent="9dQc-XGaAXm8AKphA9NF-1" source="9dQc-XGaAXm8AKphA9NF-84" style="edgeStyle=orthogonalEdgeStyle;rounded=0;orthogonalLoop=1;jettySize=auto;html=1;" target="9dQc-XGaAXm8AKphA9NF-87" value="">
          <mxGeometry relative="1" as="geometry" />
        </mxCell>
        <mxCell id="9dQc-XGaAXm8AKphA9NF-84" parent="9dQc-XGaAXm8AKphA9NF-1" style="rhombus;whiteSpace=wrap;html=1;" value="&lt;div&gt;返回&quot;bq40z651&quot;&lt;/div&gt;&lt;div&gt;或&quot;bq20z451&quot;&lt;/div&gt;" vertex="1">
          <mxGeometry height="80" width="130" x="280" y="339" as="geometry" />
        </mxCell>
        <mxCell id="9dQc-XGaAXm8AKphA9NF-85" parent="9dQc-XGaAXm8AKphA9NF-1" style="whiteSpace=wrap;html=1;" value="读取block 0x76" vertex="1">
          <mxGeometry height="60" width="120" x="155" y="466" as="geometry" />
        </mxCell>
        <mxCell id="9dQc-XGaAXm8AKphA9NF-86" parent="9dQc-XGaAXm8AKphA9NF-1" style="text;html=1;whiteSpace=wrap;strokeColor=none;fillColor=none;align=center;verticalAlign=middle;rounded=0;" value="是" vertex="1">
          <mxGeometry height="30" width="60" x="225" y="351" as="geometry" />
        </mxCell>
        <mxCell id="9dQc-XGaAXm8AKphA9NF-87" parent="9dQc-XGaAXm8AKphA9NF-1" style="whiteSpace=wrap;html=1;" value="读Block B" vertex="1">
          <mxGeometry height="60" width="120" x="415" y="464" as="geometry" />
        </mxCell>
        <mxCell id="9dQc-XGaAXm8AKphA9NF-88" parent="9dQc-XGaAXm8AKphA9NF-1" style="text;html=1;whiteSpace=wrap;strokeColor=none;fillColor=none;align=center;verticalAlign=middle;rounded=0;" value="否" vertex="1">
          <mxGeometry height="30" width="60" x="280" y="259" as="geometry" />
        </mxCell>
        <mxCell id="9dQc-XGaAXm8AKphA9NF-89" parent="9dQc-XGaAXm8AKphA9NF-1" style="text;html=1;whiteSpace=wrap;strokeColor=none;fillColor=none;align=center;verticalAlign=middle;rounded=0;" value="否" vertex="1">
          <mxGeometry height="30" width="60" x="405" y="349" as="geometry" />
        </mxCell>
      </root>
    </mxGraphModel>
  </diagram>
  <diagram name="第 1 页 的副本" id="r-xrkArUSaqQMWdUCquU">
    <mxGraphModel grid="1" page="1" gridSize="10" guides="1" tooltips="1" connect="1" arrows="1" fold="1" pageScale="1" pageWidth="1169" pageHeight="827" background="#FFFFFF" math="0" shadow="0">
      <root>
        <mxCell id="0YfRxUv1tj9zWzMnxWgF-0" />
        <mxCell id="0YfRxUv1tj9zWzMnxWgF-1" parent="0YfRxUv1tj9zWzMnxWgF-0" />
        <mxCell id="0YfRxUv1tj9zWzMnxWgF-2" edge="1" parent="0YfRxUv1tj9zWzMnxWgF-1" source="0YfRxUv1tj9zWzMnxWgF-3" style="edgeStyle=orthogonalEdgeStyle;rounded=0;orthogonalLoop=1;jettySize=auto;html=1;" target="0YfRxUv1tj9zWzMnxWgF-5" value="">
          <mxGeometry relative="1" as="geometry" />
        </mxCell>
        <mxCell id="0YfRxUv1tj9zWzMnxWgF-3" parent="0YfRxUv1tj9zWzMnxWgF-1" style="strokeWidth=2;html=1;shape=mxgraph.flowchart.start_1;whiteSpace=wrap;" value="OP接入电池" vertex="1">
          <mxGeometry height="60" width="100" x="216" y="20" as="geometry" />
        </mxCell>
        <mxCell id="0YfRxUv1tj9zWzMnxWgF-4" edge="1" parent="0YfRxUv1tj9zWzMnxWgF-1" source="0YfRxUv1tj9zWzMnxWgF-5" style="edgeStyle=orthogonalEdgeStyle;rounded=0;orthogonalLoop=1;jettySize=auto;html=1;" target="0YfRxUv1tj9zWzMnxWgF-8" value="">
          <mxGeometry relative="1" as="geometry" />
        </mxCell>
        <mxCell id="0YfRxUv1tj9zWzMnxWgF-5" parent="0YfRxUv1tj9zWzMnxWgF-1" style="rounded=1;whiteSpace=wrap;html=1;absoluteArcSize=1;arcSize=14;strokeWidth=2;" value="读取设备电压" vertex="1">
          <mxGeometry height="50" width="130" x="201" y="126" as="geometry" />
        </mxCell>
        <mxCell id="0YfRxUv1tj9zWzMnxWgF-6" edge="1" parent="0YfRxUv1tj9zWzMnxWgF-1" source="0YfRxUv1tj9zWzMnxWgF-8" style="edgeStyle=orthogonalEdgeStyle;rounded=0;orthogonalLoop=1;jettySize=auto;html=1;" target="0YfRxUv1tj9zWzMnxWgF-12" value="">
          <mxGeometry relative="1" as="geometry" />
        </mxCell>
        <mxCell id="0YfRxUv1tj9zWzMnxWgF-7" edge="1" parent="0YfRxUv1tj9zWzMnxWgF-1" source="0YfRxUv1tj9zWzMnxWgF-8" style="edgeStyle=orthogonalEdgeStyle;rounded=0;orthogonalLoop=1;jettySize=auto;html=1;entryX=0;entryY=0.5;entryDx=0;entryDy=0;" target="0YfRxUv1tj9zWzMnxWgF-5">
          <mxGeometry relative="1" as="geometry">
            <Array as="points">
              <mxPoint x="131" y="252" />
              <mxPoint x="131" y="151" />
            </Array>
            <mxPoint x="411" y="146" as="targetPoint" />
          </mxGeometry>
        </mxCell>
        <mxCell id="0YfRxUv1tj9zWzMnxWgF-8" parent="0YfRxUv1tj9zWzMnxWgF-1" style="strokeWidth=2;html=1;shape=mxgraph.flowchart.decision;whiteSpace=wrap;" value="设备电压 &amp;gt; 3V吗?" vertex="1">
          <mxGeometry height="69" width="130" x="201" y="217" as="geometry" />
        </mxCell>
        <mxCell id="0YfRxUv1tj9zWzMnxWgF-9" parent="0YfRxUv1tj9zWzMnxWgF-1" style="text;html=1;whiteSpace=wrap;strokeColor=none;fillColor=none;align=center;verticalAlign=middle;rounded=0;" value="&lt;div&gt;否&lt;/div&gt;" vertex="1">
          <mxGeometry height="30" width="60" x="141" y="216" as="geometry" />
        </mxCell>
        <mxCell id="0YfRxUv1tj9zWzMnxWgF-10" parent="0YfRxUv1tj9zWzMnxWgF-1" style="text;html=1;whiteSpace=wrap;strokeColor=none;fillColor=none;align=center;verticalAlign=middle;rounded=0;" value="&lt;div&gt;是&lt;/div&gt;" vertex="1">
          <mxGeometry height="30" width="60" x="216" y="286" as="geometry" />
        </mxCell>
        <mxCell id="0YfRxUv1tj9zWzMnxWgF-11" edge="1" parent="0YfRxUv1tj9zWzMnxWgF-1" source="0YfRxUv1tj9zWzMnxWgF-12" style="edgeStyle=orthogonalEdgeStyle;rounded=0;orthogonalLoop=1;jettySize=auto;html=1;" target="0YfRxUv1tj9zWzMnxWgF-14" value="">
          <mxGeometry relative="1" as="geometry" />
        </mxCell>
        <mxCell id="0YfRxUv1tj9zWzMnxWgF-12" parent="0YfRxUv1tj9zWzMnxWgF-1" style="shape=process;whiteSpace=wrap;html=1;backgroundOutline=1;" value="读取电池内码" vertex="1">
          <mxGeometry height="60" width="120" x="206" y="326" as="geometry" />
        </mxCell>
        <mxCell id="0YfRxUv1tj9zWzMnxWgF-13" edge="1" parent="0YfRxUv1tj9zWzMnxWgF-1" source="0YfRxUv1tj9zWzMnxWgF-14" style="edgeStyle=orthogonalEdgeStyle;rounded=0;orthogonalLoop=1;jettySize=auto;html=1;" target="0YfRxUv1tj9zWzMnxWgF-19" value="">
          <mxGeometry relative="1" as="geometry" />
        </mxCell>
        <mxCell id="0YfRxUv1tj9zWzMnxWgF-14" parent="0YfRxUv1tj9zWzMnxWgF-1" style="rounded=1;whiteSpace=wrap;html=1;" value="通过MIS API获取Lab条码" vertex="1">
          <mxGeometry height="60" width="120" x="206" y="426" as="geometry" />
        </mxCell>
        <mxCell id="0YfRxUv1tj9zWzMnxWgF-15" edge="1" parent="0YfRxUv1tj9zWzMnxWgF-1" style="edgeStyle=orthogonalEdgeStyle;rounded=0;orthogonalLoop=1;jettySize=auto;html=1;entryX=0.5;entryY=0;entryDx=0;entryDy=0;entryPerimeter=0;strokeWidth=1;" target="0YfRxUv1tj9zWzMnxWgF-26" value="">
          <mxGeometry relative="1" as="geometry">
            <Array as="points">
              <mxPoint x="276" y="750" />
              <mxPoint x="385" y="750" />
              <mxPoint x="385" y="20" />
              <mxPoint x="780" y="20" />
              <mxPoint x="780" y="59" />
            </Array>
            <mxPoint x="276" y="716" as="sourcePoint" />
            <mxPoint x="793" y="59" as="targetPoint" />
          </mxGeometry>
        </mxCell>
        <mxCell id="0YfRxUv1tj9zWzMnxWgF-16" parent="0YfRxUv1tj9zWzMnxWgF-1" style="rounded=1;whiteSpace=wrap;html=1;" value="通过MIS API获取Route" vertex="1">
          <mxGeometry height="60" width="120" x="206" y="656" as="geometry" />
        </mxCell>
        <mxCell id="0YfRxUv1tj9zWzMnxWgF-17" edge="1" parent="0YfRxUv1tj9zWzMnxWgF-1" source="0YfRxUv1tj9zWzMnxWgF-19" style="edgeStyle=orthogonalEdgeStyle;rounded=0;orthogonalLoop=1;jettySize=auto;html=1;" target="0YfRxUv1tj9zWzMnxWgF-16" value="">
          <mxGeometry relative="1" as="geometry" />
        </mxCell>
        <mxCell id="0YfRxUv1tj9zWzMnxWgF-18" edge="1" parent="0YfRxUv1tj9zWzMnxWgF-1" source="0YfRxUv1tj9zWzMnxWgF-19" style="edgeStyle=orthogonalEdgeStyle;rounded=0;orthogonalLoop=1;jettySize=auto;html=1;" value="">
          <mxGeometry relative="1" as="geometry">
            <mxPoint x="141" y="566" as="targetPoint" />
          </mxGeometry>
        </mxCell>
        <mxCell id="0YfRxUv1tj9zWzMnxWgF-19" parent="0YfRxUv1tj9zWzMnxWgF-1" style="rhombus;whiteSpace=wrap;html=1;" value="获取到了Lab条码?" vertex="1">
          <mxGeometry height="80" width="125" x="203.5" y="526" as="geometry" />
        </mxCell>
        <mxCell id="0YfRxUv1tj9zWzMnxWgF-20" parent="0YfRxUv1tj9zWzMnxWgF-1" style="text;html=1;whiteSpace=wrap;strokeColor=none;fillColor=none;align=center;verticalAlign=middle;rounded=0;" value="是" vertex="1">
          <mxGeometry height="30" width="60" x="216" y="616" as="geometry" />
        </mxCell>
        <mxCell id="0YfRxUv1tj9zWzMnxWgF-21" edge="1" parent="0YfRxUv1tj9zWzMnxWgF-1" style="edgeStyle=orthogonalEdgeStyle;rounded=0;orthogonalLoop=1;jettySize=auto;html=1;" target="0YfRxUv1tj9zWzMnxWgF-23" value="">
          <mxGeometry relative="1" as="geometry">
            <mxPoint x="81" y="596" as="sourcePoint" />
          </mxGeometry>
        </mxCell>
        <mxCell id="0YfRxUv1tj9zWzMnxWgF-22" parent="0YfRxUv1tj9zWzMnxWgF-1" style="shape=process;whiteSpace=wrap;html=1;backgroundOutline=1;fillColor=#f8cecc;strokeColor=#b85450;" value="单机程式, 要审核?" vertex="1">
          <mxGeometry height="60" width="120" x="20" y="536" as="geometry" />
        </mxCell>
        <mxCell id="0YfRxUv1tj9zWzMnxWgF-23" parent="0YfRxUv1tj9zWzMnxWgF-1" style="strokeWidth=2;html=1;shape=mxgraph.flowchart.terminator;whiteSpace=wrap;" value="结束" vertex="1">
          <mxGeometry height="60" width="100" x="31" y="656" as="geometry" />
        </mxCell>
        <mxCell id="0YfRxUv1tj9zWzMnxWgF-24" edge="1" parent="0YfRxUv1tj9zWzMnxWgF-1" source="0YfRxUv1tj9zWzMnxWgF-26" style="edgeStyle=orthogonalEdgeStyle;rounded=0;orthogonalLoop=1;jettySize=auto;html=1;exitX=0;exitY=0.5;exitDx=0;exitDy=0;exitPerimeter=0;" target="0YfRxUv1tj9zWzMnxWgF-29" value="">
          <mxGeometry relative="1" as="geometry">
            <mxPoint x="595" y="129" as="sourcePoint" />
          </mxGeometry>
        </mxCell>
        <mxCell id="0YfRxUv1tj9zWzMnxWgF-25" edge="1" parent="0YfRxUv1tj9zWzMnxWgF-1" source="0YfRxUv1tj9zWzMnxWgF-26" style="edgeStyle=orthogonalEdgeStyle;rounded=0;orthogonalLoop=1;jettySize=auto;html=1;" target="0YfRxUv1tj9zWzMnxWgF-34" value="">
          <mxGeometry relative="1" as="geometry" />
        </mxCell>
        <mxCell id="0YfRxUv1tj9zWzMnxWgF-26" parent="0YfRxUv1tj9zWzMnxWgF-1" style="strokeWidth=2;html=1;shape=mxgraph.flowchart.decision;whiteSpace=wrap;" value="&lt;div&gt;TE系统中有&lt;/div&gt;&lt;div&gt;Learning记录?&lt;/div&gt;" vertex="1">
          <mxGeometry height="80" width="140" x="710" y="66" as="geometry" />
        </mxCell>
        <mxCell id="0YfRxUv1tj9zWzMnxWgF-27" edge="1" parent="0YfRxUv1tj9zWzMnxWgF-1" source="0YfRxUv1tj9zWzMnxWgF-29" style="edgeStyle=orthogonalEdgeStyle;rounded=0;orthogonalLoop=1;jettySize=auto;html=1;entryX=0.5;entryY=0;entryDx=0;entryDy=0;exitX=1;exitY=0.5;exitDx=0;exitDy=0;exitPerimeter=0;" target="0YfRxUv1tj9zWzMnxWgF-49">
          <mxGeometry relative="1" as="geometry" />
        </mxCell>
        <mxCell id="0YfRxUv1tj9zWzMnxWgF-28" edge="1" parent="0YfRxUv1tj9zWzMnxWgF-1" source="0YfRxUv1tj9zWzMnxWgF-29" style="edgeStyle=orthogonalEdgeStyle;rounded=0;orthogonalLoop=1;jettySize=auto;html=1;entryX=0.5;entryY=0;entryDx=0;entryDy=0;" target="0YfRxUv1tj9zWzMnxWgF-38">
          <mxGeometry relative="1" as="geometry">
            <Array as="points">
              <mxPoint x="464" y="229" />
            </Array>
          </mxGeometry>
        </mxCell>
        <mxCell id="0YfRxUv1tj9zWzMnxWgF-29" parent="0YfRxUv1tj9zWzMnxWgF-1" style="strokeWidth=2;html=1;shape=mxgraph.flowchart.decision;whiteSpace=wrap;" value="&lt;div&gt;Learning file names里面&lt;/div&gt;&lt;div&gt;有start关键字?&lt;/div&gt;" vertex="1">
          <mxGeometry height="100" width="170" x="510" y="179" as="geometry" />
        </mxCell>
        <mxCell id="0YfRxUv1tj9zWzMnxWgF-30" parent="0YfRxUv1tj9zWzMnxWgF-1" style="text;html=1;whiteSpace=wrap;strokeColor=none;fillColor=none;align=center;verticalAlign=middle;rounded=0;" value="否" vertex="1">
          <mxGeometry height="30" width="60" x="642.5" y="111" as="geometry" />
        </mxCell>
        <mxCell id="0YfRxUv1tj9zWzMnxWgF-31" parent="0YfRxUv1tj9zWzMnxWgF-1" style="text;html=1;whiteSpace=wrap;strokeColor=none;fillColor=none;align=center;verticalAlign=middle;rounded=0;" value="是" vertex="1">
          <mxGeometry height="30" width="60" x="850" y="104" as="geometry" />
        </mxCell>
        <mxCell id="0YfRxUv1tj9zWzMnxWgF-32" edge="1" parent="0YfRxUv1tj9zWzMnxWgF-1" source="0YfRxUv1tj9zWzMnxWgF-34" style="edgeStyle=orthogonalEdgeStyle;rounded=0;orthogonalLoop=1;jettySize=auto;html=1;" target="0YfRxUv1tj9zWzMnxWgF-35" value="">
          <mxGeometry relative="1" as="geometry">
            <Array as="points">
              <mxPoint x="860" y="219" />
            </Array>
          </mxGeometry>
        </mxCell>
        <mxCell id="0YfRxUv1tj9zWzMnxWgF-33" edge="1" parent="0YfRxUv1tj9zWzMnxWgF-1" source="0YfRxUv1tj9zWzMnxWgF-34" style="edgeStyle=orthogonalEdgeStyle;rounded=0;orthogonalLoop=1;jettySize=auto;html=1;entryX=1;entryY=0.5;entryDx=0;entryDy=0;" target="0YfRxUv1tj9zWzMnxWgF-45">
          <mxGeometry relative="1" as="geometry">
            <Array as="points">
              <mxPoint x="1070" y="219" />
              <mxPoint x="1070" y="10" />
              <mxPoint x="1461" y="10" />
              <mxPoint x="1461" y="121" />
            </Array>
          </mxGeometry>
        </mxCell>
        <mxCell id="0YfRxUv1tj9zWzMnxWgF-34" parent="0YfRxUv1tj9zWzMnxWgF-1" style="rhombus;whiteSpace=wrap;html=1;" value="当前cycle区间跑完了?" vertex="1">
          <mxGeometry height="80" width="160" x="877" y="179" as="geometry" />
        </mxCell>
        <mxCell id="0YfRxUv1tj9zWzMnxWgF-35" parent="0YfRxUv1tj9zWzMnxWgF-1" style="rounded=1;whiteSpace=wrap;html=1;fillColor=#d5e8d4;strokeColor=#82b366;" value="手动接续" vertex="1">
          <mxGeometry height="60" width="120" x="800" y="291" as="geometry" />
        </mxCell>
        <mxCell id="0YfRxUv1tj9zWzMnxWgF-36" parent="0YfRxUv1tj9zWzMnxWgF-1" style="text;html=1;whiteSpace=wrap;strokeColor=none;fillColor=none;align=center;verticalAlign=middle;rounded=0;" value="没跑完" vertex="1">
          <mxGeometry height="30" width="60" x="860" y="238" as="geometry" />
        </mxCell>
        <mxCell id="0YfRxUv1tj9zWzMnxWgF-37" edge="1" parent="0YfRxUv1tj9zWzMnxWgF-1" source="0YfRxUv1tj9zWzMnxWgF-38" style="edgeStyle=orthogonalEdgeStyle;rounded=0;orthogonalLoop=1;jettySize=auto;html=1;entryX=0.5;entryY=0;entryDx=0;entryDy=0;exitX=0.5;exitY=1;exitDx=0;exitDy=0;" target="0YfRxUv1tj9zWzMnxWgF-42">
          <mxGeometry relative="1" as="geometry">
            <Array as="points">
              <mxPoint x="470" y="390" />
              <mxPoint x="692" y="390" />
            </Array>
          </mxGeometry>
        </mxCell>
        <mxCell id="0YfRxUv1tj9zWzMnxWgF-38" parent="0YfRxUv1tj9zWzMnxWgF-1" style="rounded=1;whiteSpace=wrap;html=1;fillColor=#d5e8d4;strokeColor=#82b366;" value="跑start learning档" vertex="1">
          <mxGeometry height="60" width="120" x="404" y="288" as="geometry" />
        </mxCell>
        <mxCell id="0YfRxUv1tj9zWzMnxWgF-39" parent="0YfRxUv1tj9zWzMnxWgF-1" style="text;html=1;whiteSpace=wrap;strokeColor=none;fillColor=none;align=center;verticalAlign=middle;rounded=0;" value="是" vertex="1">
          <mxGeometry height="30" width="60" x="464" y="226" as="geometry" />
        </mxCell>
        <mxCell id="0YfRxUv1tj9zWzMnxWgF-40" edge="1" parent="0YfRxUv1tj9zWzMnxWgF-1" source="0YfRxUv1tj9zWzMnxWgF-42" style="edgeStyle=orthogonalEdgeStyle;rounded=0;orthogonalLoop=1;jettySize=auto;html=1;entryX=0.5;entryY=0;entryDx=0;entryDy=0;strokeWidth=1;exitX=1;exitY=0.5;exitDx=0;exitDy=0;" target="0YfRxUv1tj9zWzMnxWgF-45">
          <mxGeometry relative="1" as="geometry">
            <Array as="points">
              <mxPoint x="1140" y="500" />
              <mxPoint x="1140" y="30" />
              <mxPoint x="1381" y="30" />
            </Array>
            <mxPoint x="800" y="500" as="sourcePoint" />
          </mxGeometry>
        </mxCell>
        <mxCell id="0YfRxUv1tj9zWzMnxWgF-41" edge="1" parent="0YfRxUv1tj9zWzMnxWgF-1" source="0YfRxUv1tj9zWzMnxWgF-42" style="edgeStyle=orthogonalEdgeStyle;rounded=0;orthogonalLoop=1;jettySize=auto;html=1;" target="0YfRxUv1tj9zWzMnxWgF-91" value="">
          <mxGeometry relative="1" as="geometry" />
        </mxCell>
        <mxCell id="0YfRxUv1tj9zWzMnxWgF-42" parent="0YfRxUv1tj9zWzMnxWgF-1" style="rhombus;whiteSpace=wrap;html=1;" value="&lt;div&gt;刚跑完的learning档名字中&lt;/div&gt;&lt;div&gt;含有量厚度关键字?&lt;/div&gt;" vertex="1">
          <mxGeometry height="80" width="205" x="590" y="460" as="geometry" />
        </mxCell>
        <mxCell id="0YfRxUv1tj9zWzMnxWgF-43" parent="0YfRxUv1tj9zWzMnxWgF-1" style="text;html=1;whiteSpace=wrap;strokeColor=none;fillColor=none;align=center;verticalAlign=middle;rounded=0;" value="&lt;div&gt;含&lt;/div&gt;" vertex="1">
          <mxGeometry height="30" width="60" x="530" y="500" as="geometry" />
        </mxCell>
        <mxCell id="0YfRxUv1tj9zWzMnxWgF-44" edge="1" parent="0YfRxUv1tj9zWzMnxWgF-1" source="0YfRxUv1tj9zWzMnxWgF-45" style="edgeStyle=orthogonalEdgeStyle;rounded=0;orthogonalLoop=1;jettySize=auto;html=1;" target="0YfRxUv1tj9zWzMnxWgF-54" value="">
          <mxGeometry relative="1" as="geometry" />
        </mxCell>
        <mxCell id="0YfRxUv1tj9zWzMnxWgF-45" parent="0YfRxUv1tj9zWzMnxWgF-1" style="rounded=1;whiteSpace=wrap;html=1;fillColor=#d5e8d4;strokeColor=#82b366;" value="自动跑下一个cycle区间" vertex="1">
          <mxGeometry height="60" width="120" x="1321" y="91" as="geometry" />
        </mxCell>
        <mxCell id="0YfRxUv1tj9zWzMnxWgF-46" parent="0YfRxUv1tj9zWzMnxWgF-1" style="text;html=1;whiteSpace=wrap;strokeColor=none;fillColor=none;align=center;verticalAlign=middle;rounded=0;" value="否" vertex="1">
          <mxGeometry height="30" width="60" x="146" y="536" as="geometry" />
        </mxCell>
        <mxCell id="0YfRxUv1tj9zWzMnxWgF-47" parent="0YfRxUv1tj9zWzMnxWgF-1" style="text;html=1;whiteSpace=wrap;strokeColor=none;fillColor=none;align=center;verticalAlign=middle;rounded=0;" value="跑完了" vertex="1">
          <mxGeometry height="30" width="60" x="1020" y="233.5" as="geometry" />
        </mxCell>
        <mxCell id="0YfRxUv1tj9zWzMnxWgF-48" edge="1" parent="0YfRxUv1tj9zWzMnxWgF-1" source="0YfRxUv1tj9zWzMnxWgF-49" style="edgeStyle=orthogonalEdgeStyle;rounded=0;orthogonalLoop=1;jettySize=auto;html=1;entryX=0.5;entryY=0;entryDx=0;entryDy=0;exitX=0.5;exitY=1;exitDx=0;exitDy=0;" target="0YfRxUv1tj9zWzMnxWgF-42">
          <mxGeometry relative="1" as="geometry">
            <Array as="points">
              <mxPoint x="725" y="390" />
              <mxPoint x="692" y="390" />
            </Array>
          </mxGeometry>
        </mxCell>
        <mxCell id="0YfRxUv1tj9zWzMnxWgF-49" parent="0YfRxUv1tj9zWzMnxWgF-1" style="rounded=1;whiteSpace=wrap;html=1;fillColor=#d5e8d4;strokeColor=#82b366;" value="跑cycle1 learning档" vertex="1">
          <mxGeometry height="60" width="120" x="665" y="290" as="geometry" />
        </mxCell>
        <mxCell id="0YfRxUv1tj9zWzMnxWgF-50" parent="0YfRxUv1tj9zWzMnxWgF-1" style="text;html=1;whiteSpace=wrap;strokeColor=none;fillColor=none;align=center;verticalAlign=middle;rounded=0;" value="否" vertex="1">
          <mxGeometry height="30" width="60" x="665" y="224" as="geometry" />
        </mxCell>
        <mxCell id="0YfRxUv1tj9zWzMnxWgF-51" parent="0YfRxUv1tj9zWzMnxWgF-1" style="text;html=1;whiteSpace=wrap;strokeColor=none;fillColor=none;align=center;verticalAlign=middle;rounded=0;" value="不含" vertex="1">
          <mxGeometry height="30" width="60" x="800" y="500" as="geometry" />
        </mxCell>
        <mxCell id="0YfRxUv1tj9zWzMnxWgF-52" edge="1" parent="0YfRxUv1tj9zWzMnxWgF-1" source="0YfRxUv1tj9zWzMnxWgF-54" style="edgeStyle=orthogonalEdgeStyle;rounded=0;orthogonalLoop=1;jettySize=auto;html=1;" target="0YfRxUv1tj9zWzMnxWgF-60" value="">
          <mxGeometry relative="1" as="geometry" />
        </mxCell>
        <mxCell id="0YfRxUv1tj9zWzMnxWgF-53" edge="1" parent="0YfRxUv1tj9zWzMnxWgF-1" source="0YfRxUv1tj9zWzMnxWgF-54" style="edgeStyle=orthogonalEdgeStyle;rounded=0;orthogonalLoop=1;jettySize=auto;html=1;" target="0YfRxUv1tj9zWzMnxWgF-57" value="">
          <mxGeometry relative="1" as="geometry" />
        </mxCell>
        <mxCell id="0YfRxUv1tj9zWzMnxWgF-54" parent="0YfRxUv1tj9zWzMnxWgF-1" style="rhombus;whiteSpace=wrap;html=1;" value="&lt;div&gt;刚跑完的learning档名字中&lt;/div&gt;&lt;div&gt;含有量厚度关键字?&lt;/div&gt;" vertex="1">
          <mxGeometry height="80" width="205" x="1278.5" y="199" as="geometry" />
        </mxCell>
        <mxCell id="0YfRxUv1tj9zWzMnxWgF-55" parent="0YfRxUv1tj9zWzMnxWgF-1" style="text;html=1;whiteSpace=wrap;strokeColor=none;fillColor=none;align=center;verticalAlign=middle;rounded=0;" value="含" vertex="1">
          <mxGeometry height="30" width="60" x="1500" y="246" as="geometry" />
        </mxCell>
        <mxCell id="0YfRxUv1tj9zWzMnxWgF-56" parent="0YfRxUv1tj9zWzMnxWgF-1" style="text;html=1;whiteSpace=wrap;strokeColor=none;fillColor=none;align=center;verticalAlign=middle;rounded=0;" value="不含" vertex="1">
          <mxGeometry height="30" width="60" x="1321" y="281" as="geometry" />
        </mxCell>
        <mxCell id="0YfRxUv1tj9zWzMnxWgF-57" parent="0YfRxUv1tj9zWzMnxWgF-1" style="strokeWidth=2;html=1;shape=mxgraph.flowchart.start_1;whiteSpace=wrap;" value="&lt;div&gt;提示OP量厚度&lt;/div&gt;" vertex="1">
          <mxGeometry height="60" width="100" x="1580" y="209" as="geometry" />
        </mxCell>
        <mxCell id="0YfRxUv1tj9zWzMnxWgF-58" edge="1" parent="0YfRxUv1tj9zWzMnxWgF-1" source="0YfRxUv1tj9zWzMnxWgF-60" style="edgeStyle=orthogonalEdgeStyle;rounded=0;orthogonalLoop=1;jettySize=auto;html=1;" target="0YfRxUv1tj9zWzMnxWgF-65" value="">
          <mxGeometry relative="1" as="geometry" />
        </mxCell>
        <mxCell id="0YfRxUv1tj9zWzMnxWgF-59" edge="1" parent="0YfRxUv1tj9zWzMnxWgF-1" source="0YfRxUv1tj9zWzMnxWgF-60" style="edgeStyle=orthogonalEdgeStyle;rounded=0;orthogonalLoop=1;jettySize=auto;html=1;entryX=0;entryY=0.5;entryDx=0;entryDy=0;" target="0YfRxUv1tj9zWzMnxWgF-45">
          <mxGeometry relative="1" as="geometry">
            <Array as="points">
              <mxPoint x="1250" y="379" />
              <mxPoint x="1250" y="121" />
            </Array>
          </mxGeometry>
        </mxCell>
        <mxCell id="0YfRxUv1tj9zWzMnxWgF-60" parent="0YfRxUv1tj9zWzMnxWgF-1" style="rhombus;whiteSpace=wrap;html=1;" value="所有cycle区间都跑完了?" vertex="1">
          <mxGeometry height="80" width="151" x="1305.5" y="339" as="geometry" />
        </mxCell>
        <mxCell id="0YfRxUv1tj9zWzMnxWgF-61" parent="0YfRxUv1tj9zWzMnxWgF-1" style="text;html=1;whiteSpace=wrap;strokeColor=none;fillColor=none;align=center;verticalAlign=middle;rounded=0;" value="没有都跑完" vertex="1">
          <mxGeometry height="30" width="65.5" x="1240" y="380" as="geometry" />
        </mxCell>
        <mxCell id="0YfRxUv1tj9zWzMnxWgF-62" parent="0YfRxUv1tj9zWzMnxWgF-1" style="strokeWidth=2;html=1;shape=mxgraph.flowchart.terminator;whiteSpace=wrap;" value="结束" vertex="1">
          <mxGeometry height="60" width="100" x="1331" y="719" as="geometry" />
        </mxCell>
        <mxCell id="0YfRxUv1tj9zWzMnxWgF-63" parent="0YfRxUv1tj9zWzMnxWgF-1" style="text;html=1;whiteSpace=wrap;strokeColor=none;fillColor=none;align=center;verticalAlign=middle;rounded=0;" value="都跑完了" vertex="1">
          <mxGeometry height="30" width="60" x="1322" y="436" as="geometry" />
        </mxCell>
        <mxCell id="0YfRxUv1tj9zWzMnxWgF-64" edge="1" parent="0YfRxUv1tj9zWzMnxWgF-1" source="0YfRxUv1tj9zWzMnxWgF-65" style="edgeStyle=orthogonalEdgeStyle;rounded=0;orthogonalLoop=1;jettySize=auto;html=1;" target="0YfRxUv1tj9zWzMnxWgF-67" value="">
          <mxGeometry relative="1" as="geometry" />
        </mxCell>
        <mxCell id="0YfRxUv1tj9zWzMnxWgF-65" parent="0YfRxUv1tj9zWzMnxWgF-1" style="rhombus;whiteSpace=wrap;html=1;" value="&lt;div&gt;learning files names&lt;/div&gt;&lt;div&gt;含End关键字?&lt;/div&gt;" vertex="1">
          <mxGeometry height="80" width="151" x="1305.5" y="479" as="geometry" />
        </mxCell>
        <mxCell id="0YfRxUv1tj9zWzMnxWgF-66" edge="1" parent="0YfRxUv1tj9zWzMnxWgF-1" source="0YfRxUv1tj9zWzMnxWgF-67" style="edgeStyle=orthogonalEdgeStyle;rounded=0;orthogonalLoop=1;jettySize=auto;html=1;" target="0YfRxUv1tj9zWzMnxWgF-62" value="">
          <mxGeometry relative="1" as="geometry" />
        </mxCell>
        <mxCell id="0YfRxUv1tj9zWzMnxWgF-67" parent="0YfRxUv1tj9zWzMnxWgF-1" style="rounded=1;whiteSpace=wrap;html=1;fillColor=#d5e8d4;strokeColor=#82b366;" value="跑end learning档" vertex="1">
          <mxGeometry height="60" width="120" x="1321.5" y="609" as="geometry" />
        </mxCell>
        <mxCell id="0YfRxUv1tj9zWzMnxWgF-68" parent="0YfRxUv1tj9zWzMnxWgF-1" style="text;html=1;whiteSpace=wrap;strokeColor=none;fillColor=none;align=center;verticalAlign=middle;rounded=0;" value="含" vertex="1">
          <mxGeometry height="30" width="60" x="1331.5" y="569" as="geometry" />
        </mxCell>
        <mxCell id="0YfRxUv1tj9zWzMnxWgF-69" edge="1" parent="0YfRxUv1tj9zWzMnxWgF-1" source="0YfRxUv1tj9zWzMnxWgF-65" style="edgeStyle=orthogonalEdgeStyle;rounded=0;orthogonalLoop=1;jettySize=auto;html=1;entryX=1;entryY=0.5;entryDx=0;entryDy=0;entryPerimeter=0;" target="0YfRxUv1tj9zWzMnxWgF-62">
          <mxGeometry relative="1" as="geometry">
            <Array as="points">
              <mxPoint x="1511.5" y="519" />
              <mxPoint x="1511.5" y="749" />
            </Array>
          </mxGeometry>
        </mxCell>
        <mxCell id="0YfRxUv1tj9zWzMnxWgF-70" parent="0YfRxUv1tj9zWzMnxWgF-1" style="text;html=1;whiteSpace=wrap;strokeColor=none;fillColor=none;align=center;verticalAlign=middle;rounded=0;" value="不含" vertex="1">
          <mxGeometry height="30" width="60" x="1446.5" y="489" as="geometry" />
        </mxCell>
        <mxCell id="0YfRxUv1tj9zWzMnxWgF-71" edge="1" parent="0YfRxUv1tj9zWzMnxWgF-1" source="0YfRxUv1tj9zWzMnxWgF-72" style="edgeStyle=orthogonalEdgeStyle;rounded=0;orthogonalLoop=1;jettySize=auto;html=1;" target="0YfRxUv1tj9zWzMnxWgF-76" value="">
          <mxGeometry relative="1" as="geometry" />
        </mxCell>
        <mxCell id="0YfRxUv1tj9zWzMnxWgF-72" parent="0YfRxUv1tj9zWzMnxWgF-1" style="strokeWidth=2;html=1;shape=mxgraph.flowchart.start_1;whiteSpace=wrap;" value="接入电池" vertex="1">
          <mxGeometry height="60" width="100" x="1890" y="51" as="geometry" />
        </mxCell>
        <mxCell id="0YfRxUv1tj9zWzMnxWgF-73" parent="0YfRxUv1tj9zWzMnxWgF-1" style="text;html=1;whiteSpace=wrap;strokeColor=none;fillColor=none;align=center;verticalAlign=middle;rounded=0;fontStyle=1;strokeWidth=3;labelBackgroundColor=light-dark(#400040, #ededed);fontColor=light-dark(#ffffff, #ededed);fontSize=22;" value="读电池内码流程" vertex="1">
          <mxGeometry height="30" width="30" x="1753" y="99" as="geometry" />
        </mxCell>
        <mxCell id="0YfRxUv1tj9zWzMnxWgF-74" parent="0YfRxUv1tj9zWzMnxWgF-1" style="text;html=1;whiteSpace=wrap;strokeColor=#d79b00;fillColor=#ffe6cc;align=left;verticalAlign=top;rounded=0;fontSize=14;labelBackgroundColor=none;" value="&lt;div&gt;&lt;b&gt;[ 0x21命令 ]&lt;/b&gt;&lt;/div&gt;&lt;div&gt;Volchok&lt;span style=&quot;white-space: pre;&quot;&gt;&#x9;&lt;/span&gt;&lt;span style=&quot;white-space: pre;&quot;&gt;&#x9;&lt;/span&gt;block 0x91&lt;span style=&quot;white-space: pre;&quot;&gt;&#x9;&lt;/span&gt;Volchok&lt;/div&gt;&lt;div&gt;Veridian&lt;span style=&quot;white-space: pre;&quot;&gt;&lt;span style=&quot;white-space: pre;&quot;&gt;&#x9;&lt;/span&gt;&lt;span style=&quot;white-space: pre;&quot;&gt;&#x9;&lt;/span&gt;block 0x91&#x9;Veridian&lt;/span&gt;&lt;/div&gt;&lt;div&gt;BQ40Z651&lt;span style=&quot;white-space: pre;&quot;&gt;&#x9;block 0x76&lt;/span&gt;&lt;span style=&quot;white-space: pre;&quot;&gt;&#x9;????&lt;span style=&quot;white-space: pre;&quot;&gt;&#x9;&lt;/span&gt;&lt;span style=&quot;white-space: pre;&quot;&gt;&#x9;&lt;/span&gt;锁码能不能读?&lt;/span&gt;&lt;/div&gt;&lt;div&gt;&lt;span style=&quot;white-space: pre;&quot;&gt;BQ20Z451&lt;span style=&quot;white-space: pre;&quot;&gt;&#x9;&lt;/span&gt;block 0x76&lt;span style=&quot;white-space: pre;&quot;&gt;&#x9;???&lt;span style=&quot;white-space: pre;&quot;&gt;&#x9;&lt;/span&gt;&lt;span style=&quot;white-space: pre;&quot;&gt;&#x9;&lt;/span&gt;&lt;span style=&quot;white-space: pre;&quot;&gt;&#x9;&lt;/span&gt;锁码能不能读?&lt;/span&gt;&lt;/span&gt;&lt;/div&gt;&lt;div&gt;&lt;br&gt;&lt;/div&gt;&lt;div&gt;&lt;b&gt;[ 00 -&amp;gt; 0x0001 ]&lt;/b&gt;&lt;/div&gt;&lt;div&gt;bq27546&lt;span style=&quot;white-space: pre;&quot;&gt;&#x9;&lt;/span&gt;&lt;span style=&quot;white-space: pre;&quot;&gt;&#x9;Block B&lt;span style=&quot;white-space: pre;&quot;&gt;&#x9;&lt;/span&gt;&lt;span style=&quot;white-space: pre;&quot;&gt;&#x9;&lt;/span&gt;0x0546&lt;span style=&quot;white-space: pre;&quot;&gt;&#x9;&lt;/span&gt;&lt;span style=&quot;white-space: pre;&quot;&gt;&#x9;&lt;/span&gt;锁码可以读device name&lt;/span&gt;&lt;/div&gt;&lt;div&gt;&lt;br&gt;&lt;/div&gt;" vertex="1">
          <mxGeometry height="174.5" width="470" x="2260" y="59" as="geometry" />
        </mxCell>
        <mxCell id="0YfRxUv1tj9zWzMnxWgF-75" edge="1" parent="0YfRxUv1tj9zWzMnxWgF-1" source="0YfRxUv1tj9zWzMnxWgF-76" style="edgeStyle=orthogonalEdgeStyle;rounded=0;orthogonalLoop=1;jettySize=auto;html=1;" target="0YfRxUv1tj9zWzMnxWgF-79" value="">
          <mxGeometry relative="1" as="geometry" />
        </mxCell>
        <mxCell id="0YfRxUv1tj9zWzMnxWgF-76" parent="0YfRxUv1tj9zWzMnxWgF-1" style="rounded=1;whiteSpace=wrap;html=1;" value="读Block 0x21" vertex="1">
          <mxGeometry height="60" width="120" x="1880" y="166" as="geometry" />
        </mxCell>
        <mxCell id="0YfRxUv1tj9zWzMnxWgF-77" edge="1" parent="0YfRxUv1tj9zWzMnxWgF-1" source="0YfRxUv1tj9zWzMnxWgF-79" style="edgeStyle=orthogonalEdgeStyle;rounded=0;orthogonalLoop=1;jettySize=auto;html=1;" target="0YfRxUv1tj9zWzMnxWgF-84" value="">
          <mxGeometry relative="1" as="geometry" />
        </mxCell>
        <mxCell id="0YfRxUv1tj9zWzMnxWgF-78" edge="1" parent="0YfRxUv1tj9zWzMnxWgF-1" source="0YfRxUv1tj9zWzMnxWgF-79" style="edgeStyle=orthogonalEdgeStyle;rounded=0;orthogonalLoop=1;jettySize=auto;html=1;entryX=0.5;entryY=0;entryDx=0;entryDy=0;" target="0YfRxUv1tj9zWzMnxWgF-80">
          <mxGeometry relative="1" as="geometry">
            <Array as="points">
              <mxPoint x="1820" y="321" />
            </Array>
          </mxGeometry>
        </mxCell>
        <mxCell id="0YfRxUv1tj9zWzMnxWgF-79" parent="0YfRxUv1tj9zWzMnxWgF-1" style="rhombus;whiteSpace=wrap;html=1;" value="&lt;div&gt;返回&quot;Volchok&quot;&lt;/div&gt;&lt;div&gt;或&quot;Veridian&quot;?&lt;/div&gt;" vertex="1">
          <mxGeometry height="80" width="120" x="1880" y="281" as="geometry" />
        </mxCell>
        <mxCell id="0YfRxUv1tj9zWzMnxWgF-80" parent="0YfRxUv1tj9zWzMnxWgF-1" style="rounded=1;whiteSpace=wrap;html=1;" value="读block 0x91" vertex="1">
          <mxGeometry height="60" width="120" x="1760" y="390" as="geometry" />
        </mxCell>
        <mxCell id="0YfRxUv1tj9zWzMnxWgF-81" parent="0YfRxUv1tj9zWzMnxWgF-1" style="text;html=1;whiteSpace=wrap;strokeColor=none;fillColor=none;align=center;verticalAlign=middle;rounded=0;" value="是" vertex="1">
          <mxGeometry height="30" width="60" x="1820" y="290" as="geometry" />
        </mxCell>
        <mxCell id="0YfRxUv1tj9zWzMnxWgF-82" edge="1" parent="0YfRxUv1tj9zWzMnxWgF-1" source="0YfRxUv1tj9zWzMnxWgF-84" style="edgeStyle=orthogonalEdgeStyle;rounded=0;orthogonalLoop=1;jettySize=auto;html=1;" target="0YfRxUv1tj9zWzMnxWgF-85" value="">
          <mxGeometry relative="1" as="geometry" />
        </mxCell>
        <mxCell id="0YfRxUv1tj9zWzMnxWgF-83" edge="1" parent="0YfRxUv1tj9zWzMnxWgF-1" source="0YfRxUv1tj9zWzMnxWgF-84" style="edgeStyle=orthogonalEdgeStyle;rounded=0;orthogonalLoop=1;jettySize=auto;html=1;" target="0YfRxUv1tj9zWzMnxWgF-87" value="">
          <mxGeometry relative="1" as="geometry" />
        </mxCell>
        <mxCell id="0YfRxUv1tj9zWzMnxWgF-84" parent="0YfRxUv1tj9zWzMnxWgF-1" style="rhombus;whiteSpace=wrap;html=1;" value="&lt;div&gt;返回&quot;bq40z651&quot;&lt;/div&gt;&lt;div&gt;或&quot;bq20z451&quot;&lt;/div&gt;" vertex="1">
          <mxGeometry height="80" width="130" x="2005" y="370" as="geometry" />
        </mxCell>
        <mxCell id="0YfRxUv1tj9zWzMnxWgF-85" parent="0YfRxUv1tj9zWzMnxWgF-1" style="whiteSpace=wrap;html=1;" value="读取block 0x76" vertex="1">
          <mxGeometry height="60" width="120" x="1880" y="497" as="geometry" />
        </mxCell>
        <mxCell id="0YfRxUv1tj9zWzMnxWgF-86" parent="0YfRxUv1tj9zWzMnxWgF-1" style="text;html=1;whiteSpace=wrap;strokeColor=none;fillColor=none;align=center;verticalAlign=middle;rounded=0;" value="是" vertex="1">
          <mxGeometry height="30" width="60" x="1950" y="382" as="geometry" />
        </mxCell>
        <mxCell id="0YfRxUv1tj9zWzMnxWgF-87" parent="0YfRxUv1tj9zWzMnxWgF-1" style="whiteSpace=wrap;html=1;" value="读Block B" vertex="1">
          <mxGeometry height="60" width="120" x="2140" y="495" as="geometry" />
        </mxCell>
        <mxCell id="0YfRxUv1tj9zWzMnxWgF-88" parent="0YfRxUv1tj9zWzMnxWgF-1" style="text;html=1;whiteSpace=wrap;strokeColor=none;fillColor=none;align=center;verticalAlign=middle;rounded=0;" value="否" vertex="1">
          <mxGeometry height="30" width="60" x="2005" y="290" as="geometry" />
        </mxCell>
        <mxCell id="0YfRxUv1tj9zWzMnxWgF-89" parent="0YfRxUv1tj9zWzMnxWgF-1" style="text;html=1;whiteSpace=wrap;strokeColor=none;fillColor=none;align=center;verticalAlign=middle;rounded=0;" value="否" vertex="1">
          <mxGeometry height="30" width="60" x="2130" y="380" as="geometry" />
        </mxCell>
        <mxCell id="0YfRxUv1tj9zWzMnxWgF-90" parent="0YfRxUv1tj9zWzMnxWgF-1" style="text;html=1;whiteSpace=wrap;strokeColor=none;fillColor=none;align=center;verticalAlign=middle;rounded=0;fontStyle=1;fontSize=22;fontColor=light-dark(#ffffff, #ededed);strokeWidth=3;labelBackgroundColor=#000000;" value="主流程" vertex="1">
          <mxGeometry height="30" width="30" x="20" y="40" as="geometry" />
        </mxCell>
        <mxCell id="0YfRxUv1tj9zWzMnxWgF-91" parent="0YfRxUv1tj9zWzMnxWgF-1" style="strokeWidth=2;html=1;shape=mxgraph.flowchart.terminator;whiteSpace=wrap;" value="提示OP量厚度" vertex="1">
          <mxGeometry height="60" width="100" x="430" y="470" as="geometry" />
        </mxCell>
      </root>
    </mxGraphModel>
  </diagram>
</mxfile>
